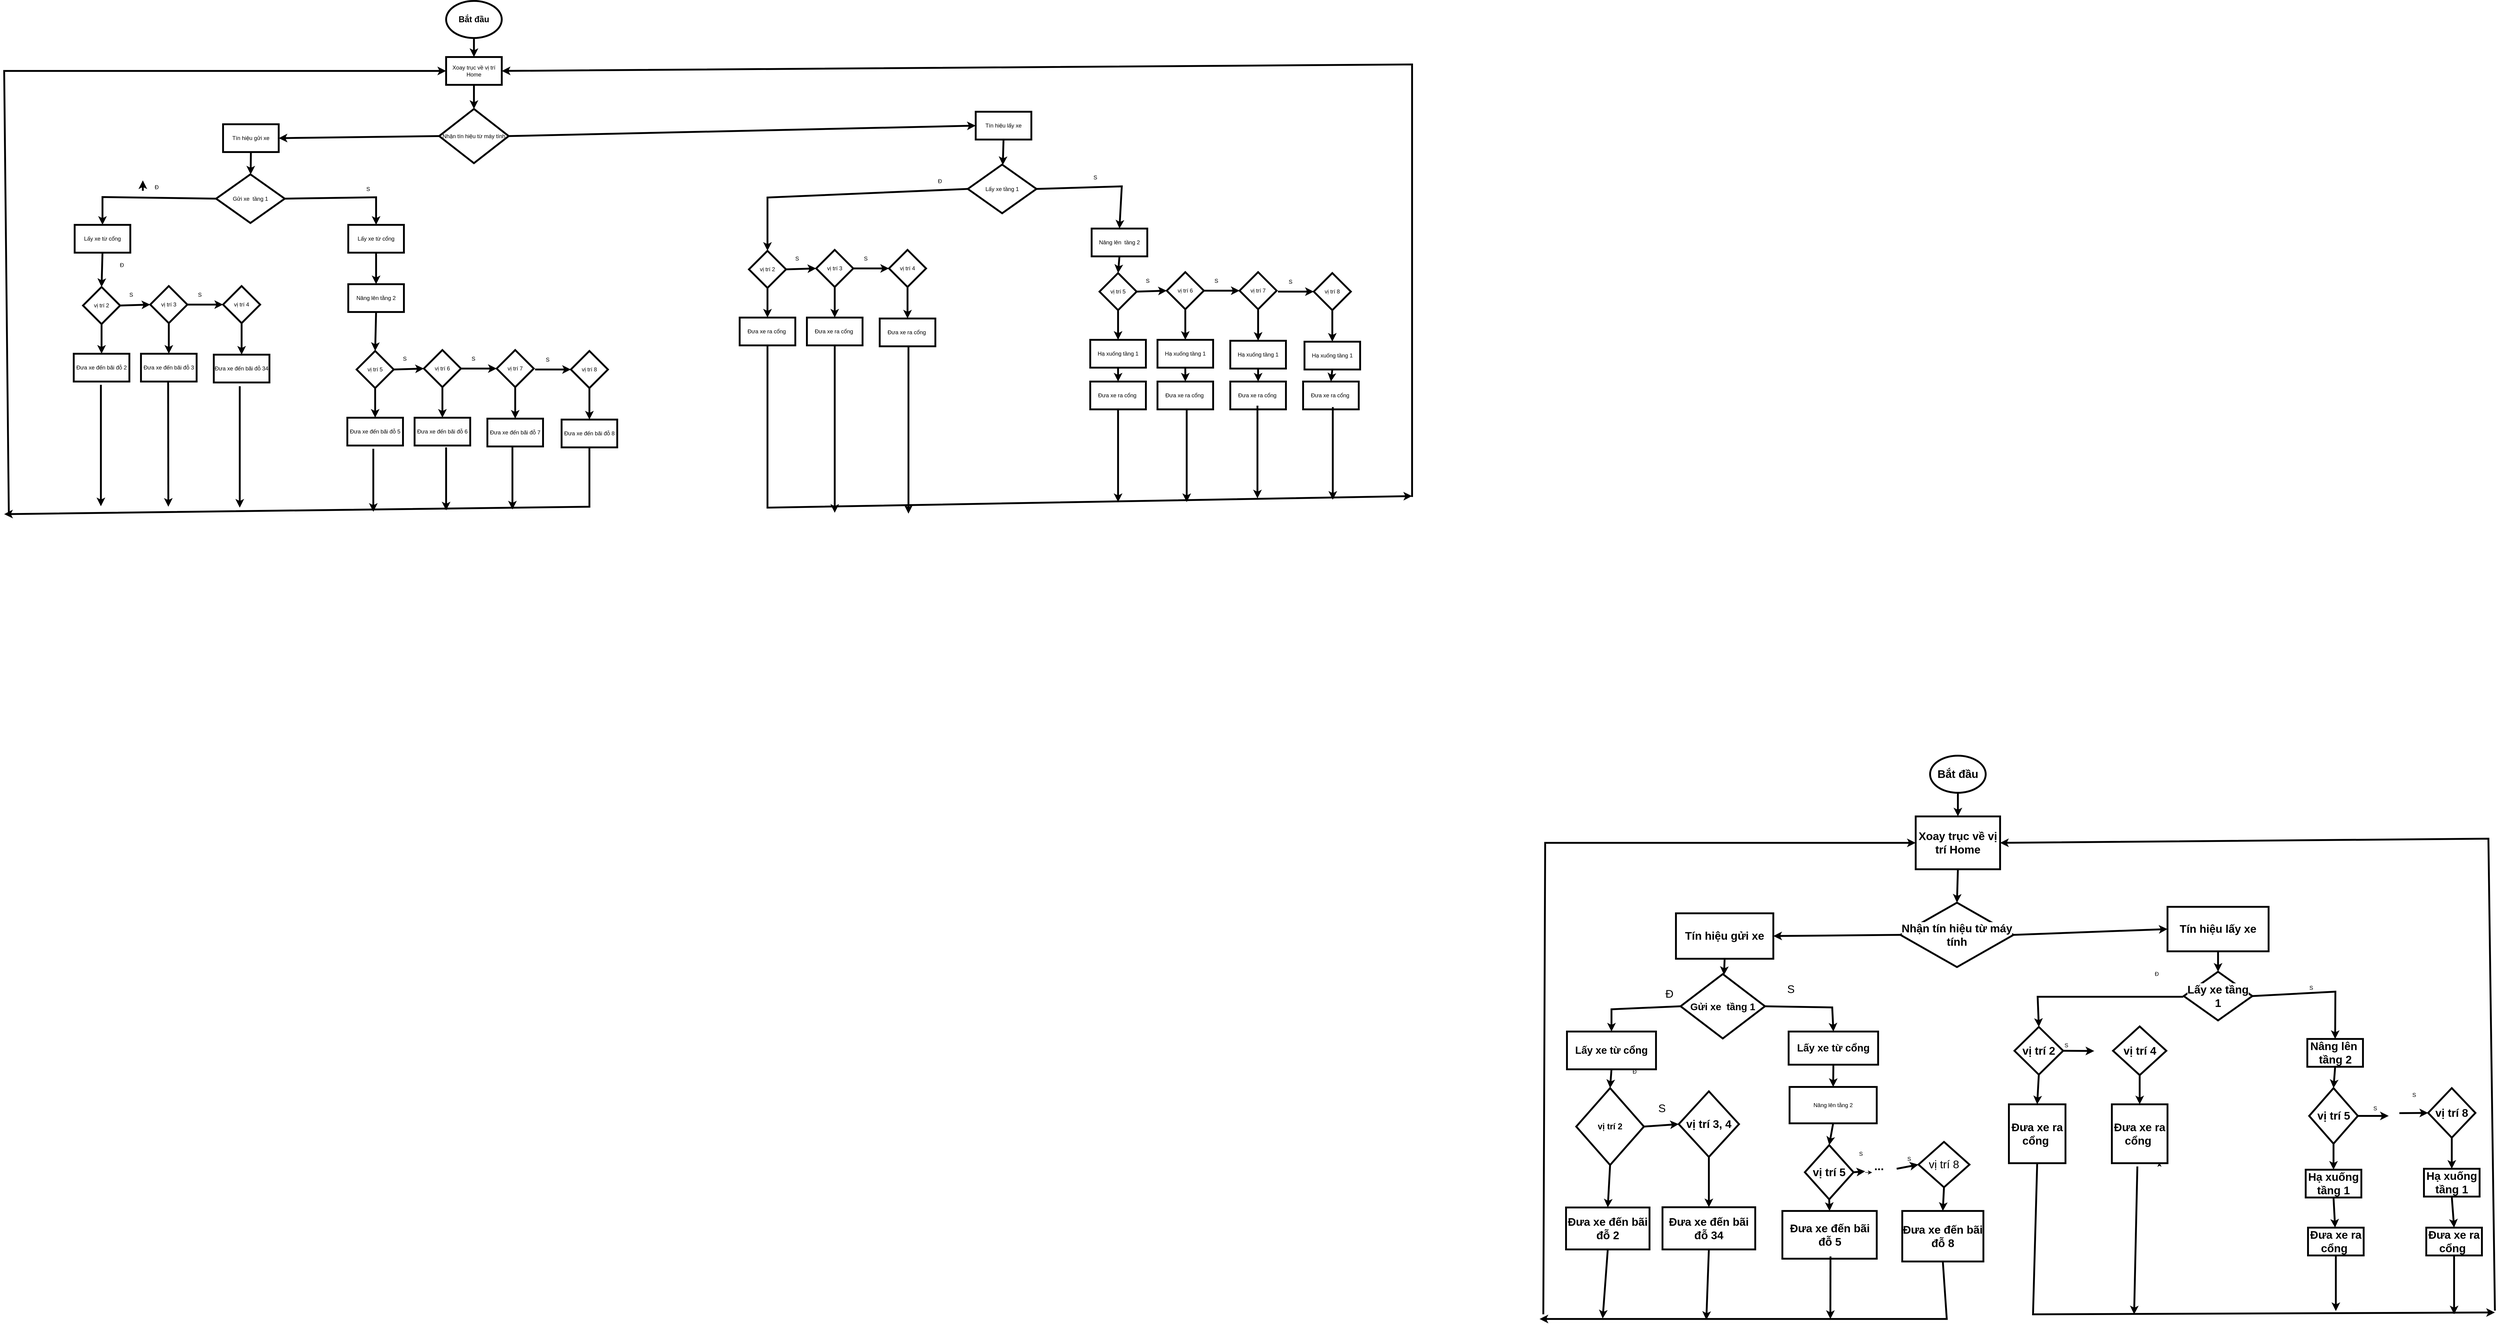
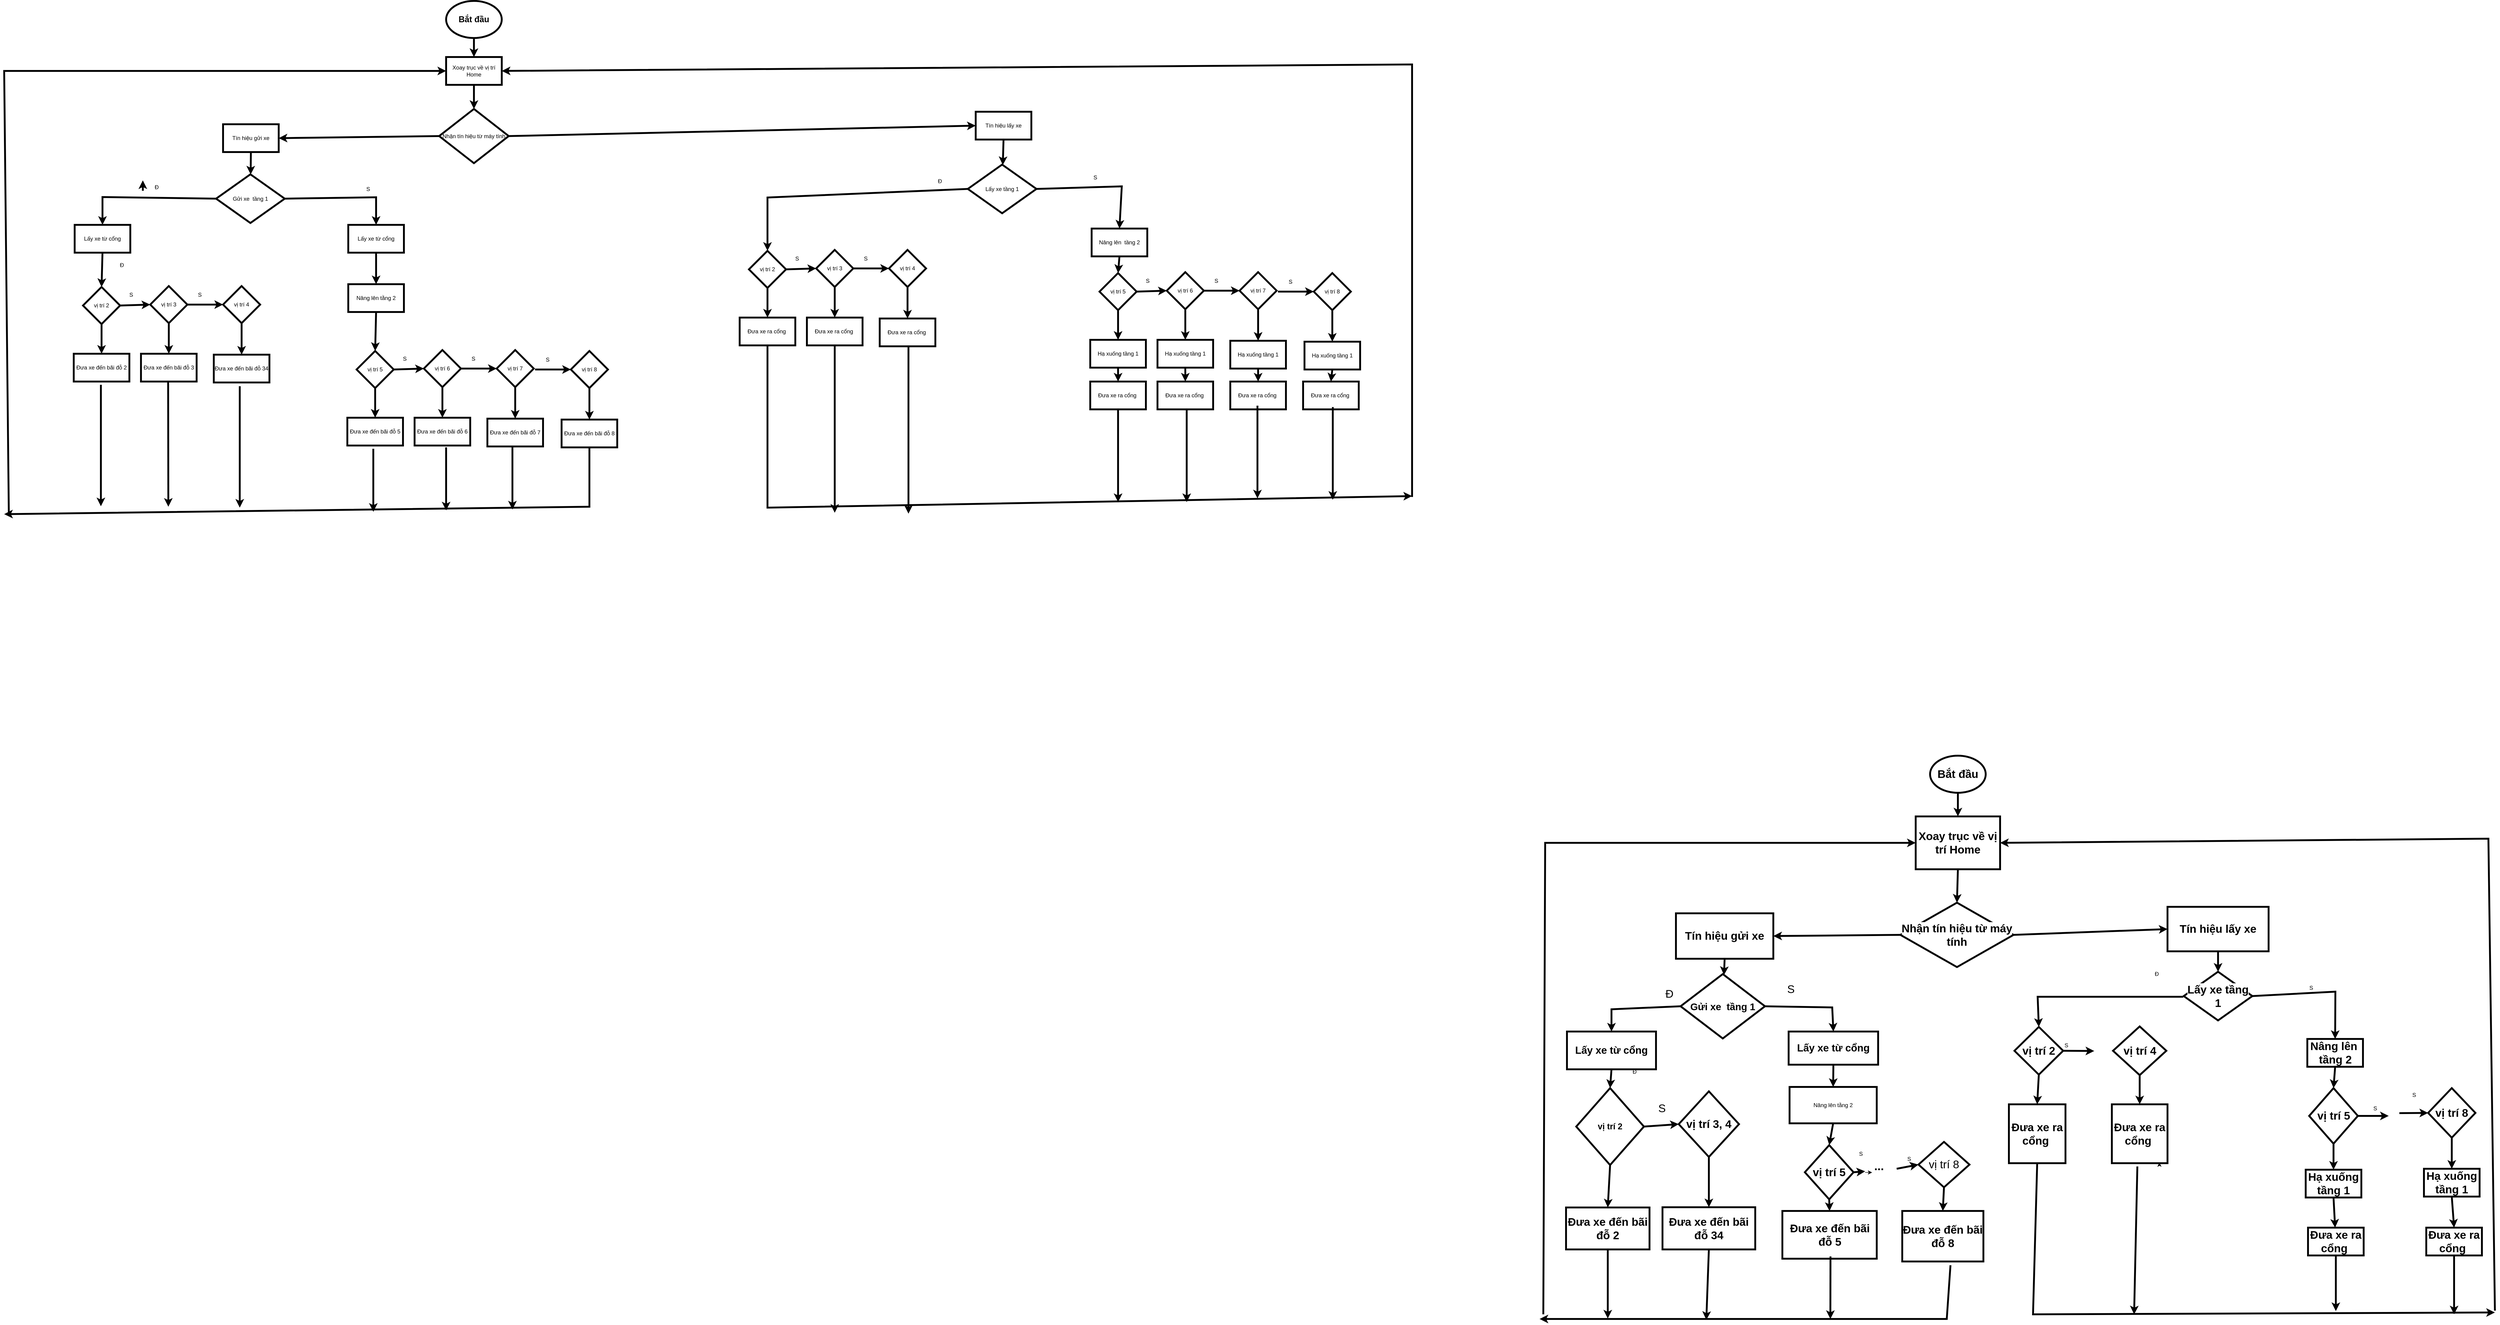
<mxfile host="app.diagrams.net">
  <diagram name="Page-1" id="GJrhtHB-xQ475z6E992f">
    <mxGraphModel dx="2828" dy="4786" grid="0" gridSize="10" guides="1" tooltips="1" connect="1" arrows="0" fold="1" page="1" pageScale="1" pageWidth="4681" pageHeight="3300" math="0" shadow="0">
      <root>
        <mxCell id="0" />
        <mxCell id="1" parent="0" />
        <mxCell id="gv57a_h_J0GcEr8g6lP8-1" parent="1" style="ellipse;whiteSpace=wrap;html=1;strokeWidth=4;" value="&lt;b&gt;&lt;font style=&quot;font-size: 18px;&quot;&gt;Bắt đầu&lt;/font&gt;&lt;/b&gt;" vertex="1">
          <mxGeometry height="80" width="120" x="1292" y="-2869" as="geometry" />
        </mxCell>
        <mxCell id="gv57a_h_J0GcEr8g6lP8-4" parent="1" style="rounded=0;whiteSpace=wrap;html=1;strokeWidth=4;" value="Xoay trục về vị trí Home" vertex="1">
          <mxGeometry height="60" width="120" x="1292" y="-2748" as="geometry" />
        </mxCell>
        <mxCell id="gv57a_h_J0GcEr8g6lP8-5" edge="1" parent="1" source="gv57a_h_J0GcEr8g6lP8-1" style="endArrow=classic;html=1;rounded=0;exitX=0.5;exitY=1;exitDx=0;exitDy=0;entryX=0.5;entryY=0;entryDx=0;entryDy=0;strokeWidth=4;" target="gv57a_h_J0GcEr8g6lP8-4" value="">
          <mxGeometry height="50" relative="1" width="50" as="geometry">
            <mxPoint x="1364" y="-2559" as="sourcePoint" />
            <mxPoint x="1414" y="-2609" as="targetPoint" />
          </mxGeometry>
        </mxCell>
        <mxCell id="gv57a_h_J0GcEr8g6lP8-7" edge="1" parent="1" source="gv57a_h_J0GcEr8g6lP8-4" style="endArrow=classic;html=1;rounded=0;exitX=0.5;exitY=1;exitDx=0;exitDy=0;entryX=0.5;entryY=0;entryDx=0;entryDy=0;entryPerimeter=0;strokeWidth=4;" target="gv57a_h_J0GcEr8g6lP8-8" value="">
          <mxGeometry height="50" relative="1" width="50" as="geometry">
            <mxPoint x="1364" y="-2559" as="sourcePoint" />
            <mxPoint x="1352" y="-2634" as="targetPoint" />
          </mxGeometry>
        </mxCell>
        <mxCell id="gv57a_h_J0GcEr8g6lP8-8" parent="1" style="strokeWidth=4;html=1;shape=mxgraph.flowchart.decision;whiteSpace=wrap;" value="Nhận tín hiệu từ máy tính" vertex="1">
          <mxGeometry height="117" width="150" x="1277" y="-2636" as="geometry" />
        </mxCell>
        <mxCell id="gv57a_h_J0GcEr8g6lP8-9" parent="1" style="rounded=0;whiteSpace=wrap;html=1;strokeWidth=4;" value="Tín hiệu lấy xe" vertex="1">
          <mxGeometry height="60" width="120" x="2434" y="-2630" as="geometry" />
        </mxCell>
        <mxCell id="gv57a_h_J0GcEr8g6lP8-10" parent="1" style="rounded=0;whiteSpace=wrap;html=1;strokeWidth=4;" value="Tín hiệu gửi xe" vertex="1">
          <mxGeometry height="60" width="120" x="811" y="-2603" as="geometry" />
        </mxCell>
        <mxCell id="gv57a_h_J0GcEr8g6lP8-11" edge="1" parent="1" source="gv57a_h_J0GcEr8g6lP8-8" style="endArrow=classic;html=1;rounded=0;exitX=1;exitY=0.5;exitDx=0;exitDy=0;exitPerimeter=0;entryX=0;entryY=0.5;entryDx=0;entryDy=0;strokeWidth=4;" target="gv57a_h_J0GcEr8g6lP8-9" value="">
          <mxGeometry height="50" relative="1" width="50" as="geometry">
            <mxPoint x="1811" y="-2581" as="sourcePoint" />
            <mxPoint x="1820" y="-2612.5" as="targetPoint" />
          </mxGeometry>
        </mxCell>
        <mxCell id="gv57a_h_J0GcEr8g6lP8-12" edge="1" parent="1" source="gv57a_h_J0GcEr8g6lP8-8" style="endArrow=classic;html=1;rounded=0;entryX=1;entryY=0.5;entryDx=0;entryDy=0;exitX=0;exitY=0.5;exitDx=0;exitDy=0;exitPerimeter=0;strokeWidth=4;" target="gv57a_h_J0GcEr8g6lP8-10" value="">
          <mxGeometry height="50" relative="1" width="50" as="geometry">
            <mxPoint x="1158" y="-2571.5" as="sourcePoint" />
            <mxPoint x="1319" y="-2603.5" as="targetPoint" />
          </mxGeometry>
        </mxCell>
        <mxCell id="gv57a_h_J0GcEr8g6lP8-13" parent="1" style="rhombus;whiteSpace=wrap;html=1;strokeWidth=4;" value="Gửi xe&amp;nbsp; tầng 1" vertex="1">
          <mxGeometry height="105" width="148" x="796" y="-2495" as="geometry" />
        </mxCell>
        <mxCell id="gv57a_h_J0GcEr8g6lP8-14" edge="1" parent="1" source="gv57a_h_J0GcEr8g6lP8-10" style="endArrow=classic;html=1;rounded=0;exitX=0.5;exitY=1;exitDx=0;exitDy=0;strokeWidth=4;" target="gv57a_h_J0GcEr8g6lP8-13" value="">
          <mxGeometry height="50" relative="1" width="50" as="geometry">
            <mxPoint x="1302" y="-2453.5" as="sourcePoint" />
            <mxPoint x="1352" y="-2503.5" as="targetPoint" />
          </mxGeometry>
        </mxCell>
        <mxCell id="gv57a_h_J0GcEr8g6lP8-15" parent="1" style="rounded=0;whiteSpace=wrap;html=1;strokeWidth=4;" value="Lấy xe từ cổng" vertex="1">
          <mxGeometry height="60" width="120" x="491" y="-2386" as="geometry" />
        </mxCell>
        <mxCell id="gv57a_h_J0GcEr8g6lP8-16" parent="1" style="rounded=0;whiteSpace=wrap;html=1;strokeWidth=4;" value="Lấy xe từ cổng" vertex="1">
          <mxGeometry height="60" width="120" x="1081" y="-2386" as="geometry" />
        </mxCell>
        <mxCell id="gv57a_h_J0GcEr8g6lP8-17" edge="1" parent="1" source="gv57a_h_J0GcEr8g6lP8-13" style="endArrow=classic;html=1;rounded=0;exitX=1;exitY=0.5;exitDx=0;exitDy=0;entryX=0.5;entryY=0;entryDx=0;entryDy=0;strokeWidth=4;" target="gv57a_h_J0GcEr8g6lP8-16" value="">
          <mxGeometry height="50" relative="1" width="50" as="geometry">
            <Array as="points">
              <mxPoint x="1141" y="-2445.5" />
            </Array>
            <mxPoint x="1269" y="-2453.5" as="sourcePoint" />
            <mxPoint x="1319" y="-2503.5" as="targetPoint" />
          </mxGeometry>
        </mxCell>
        <mxCell id="gv57a_h_J0GcEr8g6lP8-18" edge="1" parent="1" source="gv57a_h_J0GcEr8g6lP8-13" style="endArrow=classic;html=1;rounded=0;exitX=0;exitY=0.5;exitDx=0;exitDy=0;entryX=0.5;entryY=0;entryDx=0;entryDy=0;strokeWidth=4;" target="gv57a_h_J0GcEr8g6lP8-15" value="">
          <mxGeometry height="50" relative="1" width="50" as="geometry">
            <Array as="points">
              <mxPoint x="551" y="-2446" />
            </Array>
            <mxPoint x="1386" y="-2459" as="sourcePoint" />
            <mxPoint x="1436" y="-2509" as="targetPoint" />
          </mxGeometry>
        </mxCell>
        <mxCell id="gv57a_h_J0GcEr8g6lP8-19" parent="1" style="rhombus;whiteSpace=wrap;html=1;strokeWidth=4;" value="Lấy xe tầng 1" vertex="1">
          <mxGeometry height="105" width="148" x="2417" y="-2516" as="geometry" />
        </mxCell>
        <mxCell id="gv57a_h_J0GcEr8g6lP8-22" edge="1" parent="1" source="gv57a_h_J0GcEr8g6lP8-19" style="endArrow=classic;html=1;rounded=0;exitX=1;exitY=0.5;exitDx=0;exitDy=0;entryX=0.5;entryY=0;entryDx=0;entryDy=0;strokeWidth=4;" target="Hq5QgyVw3-6yqGqQHbII-15" value="">
          <mxGeometry height="50" relative="1" width="50" as="geometry">
            <Array as="points">
              <mxPoint x="2749" y="-2469" />
            </Array>
            <mxPoint x="3198" y="-2478.5" as="sourcePoint" />
            <mxPoint x="2727.0000000000005" y="-2378.5" as="targetPoint" />
          </mxGeometry>
        </mxCell>
        <mxCell id="gv57a_h_J0GcEr8g6lP8-23" edge="1" parent="1" source="gv57a_h_J0GcEr8g6lP8-19" style="endArrow=classic;html=1;rounded=0;exitX=0;exitY=0.5;exitDx=0;exitDy=0;entryX=0.5;entryY=0;entryDx=0;entryDy=0;strokeWidth=4;" target="Hq5QgyVw3-6yqGqQHbII-1" value="">
          <mxGeometry height="50" relative="1" width="50" as="geometry">
            <Array as="points">
              <mxPoint x="1985" y="-2445" />
            </Array>
            <mxPoint x="2222" y="-2462.5" as="sourcePoint" />
            <mxPoint x="1860" y="-2363.5" as="targetPoint" />
          </mxGeometry>
        </mxCell>
        <mxCell id="gv57a_h_J0GcEr8g6lP8-24" edge="1" parent="1" source="gv57a_h_J0GcEr8g6lP8-9" style="endArrow=classic;html=1;rounded=0;exitX=0.5;exitY=1;exitDx=0;exitDy=0;strokeWidth=4;" target="gv57a_h_J0GcEr8g6lP8-19" value="">
          <mxGeometry height="50" relative="1" width="50" as="geometry">
            <mxPoint x="1770" y="-2383.5" as="sourcePoint" />
            <mxPoint x="1820" y="-2433.5" as="targetPoint" />
          </mxGeometry>
        </mxCell>
        <mxCell id="gv57a_h_J0GcEr8g6lP8-25" parent="1" style="text;html=1;whiteSpace=wrap;strokeColor=none;fillColor=none;align=center;verticalAlign=middle;rounded=0;strokeWidth=4;" value="Đ" vertex="1">
          <mxGeometry height="30" width="60" x="638" y="-2482" as="geometry" />
        </mxCell>
        <mxCell id="gv57a_h_J0GcEr8g6lP8-26" parent="1" style="text;html=1;whiteSpace=wrap;strokeColor=none;fillColor=none;align=center;verticalAlign=middle;rounded=0;strokeWidth=4;" value="S" vertex="1">
          <mxGeometry height="30" width="60" x="1094" y="-2478.5" as="geometry" />
        </mxCell>
        <mxCell id="gv57a_h_J0GcEr8g6lP8-28" parent="1" style="text;html=1;whiteSpace=wrap;strokeColor=none;fillColor=none;align=center;verticalAlign=middle;rounded=0;strokeWidth=4;" value="Đ" vertex="1">
          <mxGeometry height="30" width="60" x="2327" y="-2495" as="geometry" />
        </mxCell>
        <mxCell id="gv57a_h_J0GcEr8g6lP8-30" parent="1" style="text;html=1;whiteSpace=wrap;strokeColor=none;fillColor=none;align=center;verticalAlign=middle;rounded=0;strokeWidth=4;" value="S" vertex="1">
          <mxGeometry height="30" width="60" x="2662" y="-2503" as="geometry" />
        </mxCell>
        <mxCell id="gv57a_h_J0GcEr8g6lP8-31" parent="1" style="rhombus;whiteSpace=wrap;html=1;strokeWidth=4;" value="vị trí 2" vertex="1">
          <mxGeometry height="80" width="80" x="509" y="-2252" as="geometry" />
        </mxCell>
        <mxCell id="gv57a_h_J0GcEr8g6lP8-32" parent="1" style="rhombus;whiteSpace=wrap;html=1;strokeWidth=4;" value="vị trí 3" vertex="1">
          <mxGeometry height="80" width="80" x="654" y="-2254" as="geometry" />
        </mxCell>
        <mxCell id="gv57a_h_J0GcEr8g6lP8-33" parent="1" style="rhombus;whiteSpace=wrap;html=1;strokeWidth=4;" value="vị trí 4" vertex="1">
          <mxGeometry height="80" width="80" x="811" y="-2254" as="geometry" />
        </mxCell>
        <mxCell id="gv57a_h_J0GcEr8g6lP8-37" edge="1" parent="1" source="gv57a_h_J0GcEr8g6lP8-31" style="endArrow=classic;html=1;rounded=0;exitX=1;exitY=0.5;exitDx=0;exitDy=0;entryX=0;entryY=0.5;entryDx=0;entryDy=0;strokeWidth=4;" target="gv57a_h_J0GcEr8g6lP8-32" value="">
          <mxGeometry height="50" relative="1" width="50" as="geometry">
            <mxPoint x="1128" y="-2278" as="sourcePoint" />
            <mxPoint x="1178" y="-2328" as="targetPoint" />
          </mxGeometry>
        </mxCell>
        <mxCell id="gv57a_h_J0GcEr8g6lP8-38" edge="1" parent="1" source="gv57a_h_J0GcEr8g6lP8-15" style="endArrow=classic;html=1;rounded=0;exitX=0.5;exitY=1;exitDx=0;exitDy=0;entryX=0.5;entryY=0;entryDx=0;entryDy=0;strokeWidth=4;" target="gv57a_h_J0GcEr8g6lP8-31" value="">
          <mxGeometry height="50" relative="1" width="50" as="geometry">
            <mxPoint x="1121" y="-2266" as="sourcePoint" />
            <mxPoint x="1171" y="-2316" as="targetPoint" />
          </mxGeometry>
        </mxCell>
        <mxCell id="gv57a_h_J0GcEr8g6lP8-39" edge="1" parent="1" source="gv57a_h_J0GcEr8g6lP8-32" style="endArrow=classic;html=1;rounded=0;exitX=1;exitY=0.5;exitDx=0;exitDy=0;entryX=0;entryY=0.5;entryDx=0;entryDy=0;strokeWidth=4;" target="gv57a_h_J0GcEr8g6lP8-33" value="">
          <mxGeometry height="50" relative="1" width="50" as="geometry">
            <mxPoint x="1121" y="-2266" as="sourcePoint" />
            <mxPoint x="1171" y="-2316" as="targetPoint" />
          </mxGeometry>
        </mxCell>
        <mxCell id="qodCVxMkwnfkt2WPn_CC-1" parent="1" style="text;html=1;whiteSpace=wrap;strokeColor=none;fillColor=none;align=center;verticalAlign=middle;rounded=0;strokeWidth=4;" value="Đ" vertex="1">
          <mxGeometry height="30" width="60" x="563" y="-2314" as="geometry" />
        </mxCell>
        <mxCell id="qodCVxMkwnfkt2WPn_CC-2" parent="1" style="text;html=1;whiteSpace=wrap;strokeColor=none;fillColor=none;align=center;verticalAlign=middle;rounded=0;strokeWidth=4;" value="S" vertex="1">
          <mxGeometry height="30" width="60" x="583" y="-2250" as="geometry" />
        </mxCell>
        <mxCell id="qodCVxMkwnfkt2WPn_CC-3" parent="1" style="text;html=1;whiteSpace=wrap;strokeColor=none;fillColor=none;align=center;verticalAlign=middle;rounded=0;strokeWidth=4;" value="S" vertex="1">
          <mxGeometry height="30" width="60" x="731" y="-2250" as="geometry" />
        </mxCell>
        <mxCell id="qodCVxMkwnfkt2WPn_CC-4" parent="1" style="rounded=0;whiteSpace=wrap;html=1;strokeWidth=4;" value="Đưa xe đến bãi đỗ 2" vertex="1">
          <mxGeometry height="60" width="120" x="489" y="-2108" as="geometry" />
        </mxCell>
        <mxCell id="qodCVxMkwnfkt2WPn_CC-5" edge="1" parent="1" source="gv57a_h_J0GcEr8g6lP8-31" style="endArrow=classic;html=1;rounded=0;exitX=0.5;exitY=1;exitDx=0;exitDy=0;entryX=0.5;entryY=0;entryDx=0;entryDy=0;strokeWidth=4;" target="qodCVxMkwnfkt2WPn_CC-4" value="">
          <mxGeometry height="50" relative="1" width="50" as="geometry">
            <mxPoint x="1106" y="-2136" as="sourcePoint" />
            <mxPoint x="1156" y="-2186" as="targetPoint" />
          </mxGeometry>
        </mxCell>
        <mxCell id="qodCVxMkwnfkt2WPn_CC-6" parent="1" style="rounded=0;whiteSpace=wrap;html=1;strokeWidth=4;" value="Đưa xe đến bãi đỗ 3" vertex="1">
          <mxGeometry height="60" width="120" x="634" y="-2108" as="geometry" />
        </mxCell>
        <mxCell id="qodCVxMkwnfkt2WPn_CC-7" parent="1" style="rounded=0;whiteSpace=wrap;html=1;strokeWidth=4;" value="Đưa xe đến bãi đỗ 34" vertex="1">
          <mxGeometry height="60" width="120" x="791" y="-2106" as="geometry" />
        </mxCell>
        <mxCell id="qodCVxMkwnfkt2WPn_CC-8" edge="1" parent="1" source="gv57a_h_J0GcEr8g6lP8-32" style="endArrow=classic;html=1;rounded=0;exitX=0.5;exitY=1;exitDx=0;exitDy=0;entryX=0.5;entryY=0;entryDx=0;entryDy=0;strokeWidth=4;" target="qodCVxMkwnfkt2WPn_CC-6" value="">
          <mxGeometry height="50" relative="1" width="50" as="geometry">
            <mxPoint x="1106" y="-2136" as="sourcePoint" />
            <mxPoint x="1156" y="-2186" as="targetPoint" />
          </mxGeometry>
        </mxCell>
        <mxCell id="qodCVxMkwnfkt2WPn_CC-9" edge="1" parent="1" source="gv57a_h_J0GcEr8g6lP8-33" style="endArrow=classic;html=1;rounded=0;exitX=0.5;exitY=1;exitDx=0;exitDy=0;entryX=0.5;entryY=0;entryDx=0;entryDy=0;strokeWidth=4;" target="qodCVxMkwnfkt2WPn_CC-7" value="">
          <mxGeometry height="50" relative="1" width="50" as="geometry">
            <mxPoint x="1106" y="-2136" as="sourcePoint" />
            <mxPoint x="1156" y="-2186" as="targetPoint" />
          </mxGeometry>
        </mxCell>
        <mxCell id="qodCVxMkwnfkt2WPn_CC-10" edge="1" parent="1" source="gv57a_h_J0GcEr8g6lP8-25" style="edgeStyle=orthogonalEdgeStyle;rounded=0;orthogonalLoop=1;jettySize=auto;html=1;exitX=0;exitY=0.75;exitDx=0;exitDy=0;entryX=0;entryY=0;entryDx=0;entryDy=0;strokeWidth=4;" target="gv57a_h_J0GcEr8g6lP8-25">
          <mxGeometry relative="1" as="geometry" />
        </mxCell>
        <mxCell id="qodCVxMkwnfkt2WPn_CC-11" parent="1" style="rounded=0;whiteSpace=wrap;html=1;strokeWidth=4;" value="Nâng lên tằng 2" vertex="1">
          <mxGeometry height="60" width="120" x="1081" y="-2258" as="geometry" />
        </mxCell>
        <mxCell id="qodCVxMkwnfkt2WPn_CC-12" parent="1" style="rhombus;whiteSpace=wrap;html=1;strokeWidth=4;" value="vị trí 5" vertex="1">
          <mxGeometry height="80" width="80" x="1099" y="-2114" as="geometry" />
        </mxCell>
        <mxCell id="qodCVxMkwnfkt2WPn_CC-13" parent="1" style="rhombus;whiteSpace=wrap;html=1;strokeWidth=4;" value="vị trí 6" vertex="1">
          <mxGeometry height="80" width="80" x="1244" y="-2116" as="geometry" />
        </mxCell>
        <mxCell id="qodCVxMkwnfkt2WPn_CC-14" parent="1" style="rhombus;whiteSpace=wrap;html=1;strokeWidth=4;" value="vị trí 7" vertex="1">
          <mxGeometry height="80" width="80" x="1401" y="-2116" as="geometry" />
        </mxCell>
        <mxCell id="qodCVxMkwnfkt2WPn_CC-15" edge="1" parent="1" source="qodCVxMkwnfkt2WPn_CC-12" style="endArrow=classic;html=1;rounded=0;exitX=1;exitY=0.5;exitDx=0;exitDy=0;entryX=0;entryY=0.5;entryDx=0;entryDy=0;strokeWidth=4;" target="qodCVxMkwnfkt2WPn_CC-13" value="">
          <mxGeometry height="50" relative="1" width="50" as="geometry">
            <mxPoint x="1718" y="-2140" as="sourcePoint" />
            <mxPoint x="1768" y="-2190" as="targetPoint" />
          </mxGeometry>
        </mxCell>
        <mxCell id="qodCVxMkwnfkt2WPn_CC-16" edge="1" parent="1" source="qodCVxMkwnfkt2WPn_CC-13" style="endArrow=classic;html=1;rounded=0;exitX=1;exitY=0.5;exitDx=0;exitDy=0;entryX=0;entryY=0.5;entryDx=0;entryDy=0;strokeWidth=4;" target="qodCVxMkwnfkt2WPn_CC-14" value="">
          <mxGeometry height="50" relative="1" width="50" as="geometry">
            <mxPoint x="1711" y="-2128" as="sourcePoint" />
            <mxPoint x="1761" y="-2178" as="targetPoint" />
          </mxGeometry>
        </mxCell>
        <mxCell id="qodCVxMkwnfkt2WPn_CC-17" parent="1" style="text;html=1;whiteSpace=wrap;strokeColor=none;fillColor=none;align=center;verticalAlign=middle;rounded=0;strokeWidth=4;" value="S" vertex="1">
          <mxGeometry height="30" width="60" x="1173" y="-2112" as="geometry" />
        </mxCell>
        <mxCell id="qodCVxMkwnfkt2WPn_CC-18" parent="1" style="text;html=1;whiteSpace=wrap;strokeColor=none;fillColor=none;align=center;verticalAlign=middle;rounded=0;strokeWidth=4;" value="S" vertex="1">
          <mxGeometry height="30" width="60" x="1321" y="-2112" as="geometry" />
        </mxCell>
        <mxCell id="qodCVxMkwnfkt2WPn_CC-19" parent="1" style="rounded=0;whiteSpace=wrap;html=1;strokeWidth=4;" value="Đưa xe đến bãi đỗ 5" vertex="1">
          <mxGeometry height="60" width="120" x="1079" y="-1970" as="geometry" />
        </mxCell>
        <mxCell id="qodCVxMkwnfkt2WPn_CC-20" edge="1" parent="1" source="qodCVxMkwnfkt2WPn_CC-12" style="endArrow=classic;html=1;rounded=0;exitX=0.5;exitY=1;exitDx=0;exitDy=0;entryX=0.5;entryY=0;entryDx=0;entryDy=0;strokeWidth=4;" target="qodCVxMkwnfkt2WPn_CC-19" value="">
          <mxGeometry height="50" relative="1" width="50" as="geometry">
            <mxPoint x="1696" y="-1998" as="sourcePoint" />
            <mxPoint x="1746" y="-2048" as="targetPoint" />
          </mxGeometry>
        </mxCell>
        <mxCell id="qodCVxMkwnfkt2WPn_CC-21" parent="1" style="rounded=0;whiteSpace=wrap;html=1;strokeWidth=4;" value="Đưa xe đến bãi đỗ 6" vertex="1">
          <mxGeometry height="60" width="120" x="1224" y="-1970" as="geometry" />
        </mxCell>
        <mxCell id="qodCVxMkwnfkt2WPn_CC-22" parent="1" style="rounded=0;whiteSpace=wrap;html=1;strokeWidth=4;" value="Đưa xe đến bãi đỗ 7" vertex="1">
          <mxGeometry height="60" width="120" x="1381" y="-1968" as="geometry" />
        </mxCell>
        <mxCell id="qodCVxMkwnfkt2WPn_CC-23" edge="1" parent="1" source="qodCVxMkwnfkt2WPn_CC-13" style="endArrow=classic;html=1;rounded=0;exitX=0.5;exitY=1;exitDx=0;exitDy=0;entryX=0.5;entryY=0;entryDx=0;entryDy=0;strokeWidth=4;" target="qodCVxMkwnfkt2WPn_CC-21" value="">
          <mxGeometry height="50" relative="1" width="50" as="geometry">
            <mxPoint x="1696" y="-1998" as="sourcePoint" />
            <mxPoint x="1746" y="-2048" as="targetPoint" />
          </mxGeometry>
        </mxCell>
        <mxCell id="qodCVxMkwnfkt2WPn_CC-24" edge="1" parent="1" source="qodCVxMkwnfkt2WPn_CC-14" style="endArrow=classic;html=1;rounded=0;exitX=0.5;exitY=1;exitDx=0;exitDy=0;entryX=0.5;entryY=0;entryDx=0;entryDy=0;strokeWidth=4;" target="qodCVxMkwnfkt2WPn_CC-22" value="">
          <mxGeometry height="50" relative="1" width="50" as="geometry">
            <mxPoint x="1696" y="-1998" as="sourcePoint" />
            <mxPoint x="1746" y="-2048" as="targetPoint" />
          </mxGeometry>
        </mxCell>
        <mxCell id="qodCVxMkwnfkt2WPn_CC-25" parent="1" style="rhombus;whiteSpace=wrap;html=1;strokeWidth=4;" value="vị trí 8" vertex="1">
          <mxGeometry height="80" width="80" x="1561" y="-2114" as="geometry" />
        </mxCell>
        <mxCell id="qodCVxMkwnfkt2WPn_CC-26" edge="1" parent="1" style="endArrow=classic;html=1;rounded=0;exitX=1;exitY=0.5;exitDx=0;exitDy=0;entryX=0;entryY=0.5;entryDx=0;entryDy=0;strokeWidth=4;" target="qodCVxMkwnfkt2WPn_CC-25" value="">
          <mxGeometry height="50" relative="1" width="50" as="geometry">
            <mxPoint x="1484" y="-2074" as="sourcePoint" />
            <mxPoint x="1921" y="-2176" as="targetPoint" />
          </mxGeometry>
        </mxCell>
        <mxCell id="qodCVxMkwnfkt2WPn_CC-27" parent="1" style="text;html=1;whiteSpace=wrap;strokeColor=none;fillColor=none;align=center;verticalAlign=middle;rounded=0;strokeWidth=4;" value="S" vertex="1">
          <mxGeometry height="30" width="60" x="1481" y="-2110" as="geometry" />
        </mxCell>
        <mxCell id="qodCVxMkwnfkt2WPn_CC-28" parent="1" style="rounded=0;whiteSpace=wrap;html=1;strokeWidth=4;" value="Đưa xe đến bãi đỗ 8" vertex="1">
          <mxGeometry height="60" width="120" x="1541" y="-1966" as="geometry" />
        </mxCell>
        <mxCell id="qodCVxMkwnfkt2WPn_CC-29" edge="1" parent="1" source="qodCVxMkwnfkt2WPn_CC-25" style="endArrow=classic;html=1;rounded=0;exitX=0.5;exitY=1;exitDx=0;exitDy=0;entryX=0.5;entryY=0;entryDx=0;entryDy=0;strokeWidth=4;" target="qodCVxMkwnfkt2WPn_CC-28" value="">
          <mxGeometry height="50" relative="1" width="50" as="geometry">
            <mxPoint x="1856" y="-1996" as="sourcePoint" />
            <mxPoint x="1906" y="-2046" as="targetPoint" />
          </mxGeometry>
        </mxCell>
        <mxCell id="qodCVxMkwnfkt2WPn_CC-30" edge="1" parent="1" source="gv57a_h_J0GcEr8g6lP8-16" style="endArrow=classic;html=1;rounded=0;exitX=0.5;exitY=1;exitDx=0;exitDy=0;entryX=0.5;entryY=0;entryDx=0;entryDy=0;strokeWidth=4;" target="qodCVxMkwnfkt2WPn_CC-11" value="">
          <mxGeometry height="50" relative="1" width="50" as="geometry">
            <mxPoint x="1121" y="-2182" as="sourcePoint" />
            <mxPoint x="1171" y="-2232" as="targetPoint" />
          </mxGeometry>
        </mxCell>
        <mxCell id="qodCVxMkwnfkt2WPn_CC-31" edge="1" parent="1" source="qodCVxMkwnfkt2WPn_CC-11" style="endArrow=classic;html=1;rounded=0;exitX=0.5;exitY=1;exitDx=0;exitDy=0;entryX=0.5;entryY=0;entryDx=0;entryDy=0;strokeWidth=4;" target="qodCVxMkwnfkt2WPn_CC-12" value="">
          <mxGeometry height="50" relative="1" width="50" as="geometry">
            <mxPoint x="1121" y="-2182" as="sourcePoint" />
            <mxPoint x="1171" y="-2232" as="targetPoint" />
          </mxGeometry>
        </mxCell>
        <mxCell id="Hq5QgyVw3-6yqGqQHbII-1" parent="1" style="rhombus;whiteSpace=wrap;html=1;strokeWidth=4;" value="vị trí 2" vertex="1">
          <mxGeometry height="80" width="80" x="1945" y="-2330" as="geometry" />
        </mxCell>
        <mxCell id="Hq5QgyVw3-6yqGqQHbII-2" parent="1" style="rhombus;whiteSpace=wrap;html=1;strokeWidth=4;" value="vị trí 3" vertex="1">
          <mxGeometry height="80" width="80" x="2090" y="-2332" as="geometry" />
        </mxCell>
        <mxCell id="Hq5QgyVw3-6yqGqQHbII-3" parent="1" style="rhombus;whiteSpace=wrap;html=1;strokeWidth=4;" value="vị trí 4" vertex="1">
          <mxGeometry height="80" width="80" x="2247" y="-2332" as="geometry" />
        </mxCell>
        <mxCell id="Hq5QgyVw3-6yqGqQHbII-4" edge="1" parent="1" source="Hq5QgyVw3-6yqGqQHbII-1" style="endArrow=classic;html=1;rounded=0;exitX=1;exitY=0.5;exitDx=0;exitDy=0;entryX=0;entryY=0.5;entryDx=0;entryDy=0;strokeWidth=4;" target="Hq5QgyVw3-6yqGqQHbII-2" value="">
          <mxGeometry height="50" relative="1" width="50" as="geometry">
            <mxPoint x="2564" y="-2356" as="sourcePoint" />
            <mxPoint x="2614" y="-2406" as="targetPoint" />
          </mxGeometry>
        </mxCell>
        <mxCell id="Hq5QgyVw3-6yqGqQHbII-5" edge="1" parent="1" source="Hq5QgyVw3-6yqGqQHbII-2" style="endArrow=classic;html=1;rounded=0;exitX=1;exitY=0.5;exitDx=0;exitDy=0;entryX=0;entryY=0.5;entryDx=0;entryDy=0;strokeWidth=4;" target="Hq5QgyVw3-6yqGqQHbII-3" value="">
          <mxGeometry height="50" relative="1" width="50" as="geometry">
            <mxPoint x="2557" y="-2344" as="sourcePoint" />
            <mxPoint x="2607" y="-2394" as="targetPoint" />
          </mxGeometry>
        </mxCell>
        <mxCell id="Hq5QgyVw3-6yqGqQHbII-6" parent="1" style="text;html=1;whiteSpace=wrap;strokeColor=none;fillColor=none;align=center;verticalAlign=middle;rounded=0;strokeWidth=4;" value="S" vertex="1">
          <mxGeometry height="30" width="60" x="2019" y="-2328" as="geometry" />
        </mxCell>
        <mxCell id="Hq5QgyVw3-6yqGqQHbII-7" parent="1" style="text;html=1;whiteSpace=wrap;strokeColor=none;fillColor=none;align=center;verticalAlign=middle;rounded=0;strokeWidth=4;" value="S" vertex="1">
          <mxGeometry height="30" width="60" x="2167" y="-2328" as="geometry" />
        </mxCell>
        <mxCell id="Hq5QgyVw3-6yqGqQHbII-8" parent="1" style="rounded=0;whiteSpace=wrap;html=1;strokeWidth=4;" value="Đưa xe ra cổng&amp;nbsp;" vertex="1">
          <mxGeometry height="60" width="120" x="1925" y="-2186" as="geometry" />
        </mxCell>
        <mxCell id="Hq5QgyVw3-6yqGqQHbII-9" edge="1" parent="1" source="Hq5QgyVw3-6yqGqQHbII-1" style="endArrow=classic;html=1;rounded=0;exitX=0.5;exitY=1;exitDx=0;exitDy=0;entryX=0.5;entryY=0;entryDx=0;entryDy=0;strokeWidth=4;" target="Hq5QgyVw3-6yqGqQHbII-8" value="">
          <mxGeometry height="50" relative="1" width="50" as="geometry">
            <mxPoint x="2542" y="-2214" as="sourcePoint" />
            <mxPoint x="2592" y="-2264" as="targetPoint" />
          </mxGeometry>
        </mxCell>
        <mxCell id="Hq5QgyVw3-6yqGqQHbII-10" parent="1" style="rounded=0;whiteSpace=wrap;html=1;strokeWidth=4;" value="Đưa xe ra cổng&amp;nbsp;" vertex="1">
          <mxGeometry height="60" width="120" x="2070" y="-2186" as="geometry" />
        </mxCell>
        <mxCell id="Hq5QgyVw3-6yqGqQHbII-11" parent="1" style="rounded=0;whiteSpace=wrap;html=1;strokeWidth=4;" value="Đưa xe ra cổng&amp;nbsp;" vertex="1">
          <mxGeometry height="60" width="120" x="2227" y="-2184" as="geometry" />
        </mxCell>
        <mxCell id="Hq5QgyVw3-6yqGqQHbII-12" edge="1" parent="1" source="Hq5QgyVw3-6yqGqQHbII-2" style="endArrow=classic;html=1;rounded=0;exitX=0.5;exitY=1;exitDx=0;exitDy=0;entryX=0.5;entryY=0;entryDx=0;entryDy=0;strokeWidth=4;" target="Hq5QgyVw3-6yqGqQHbII-10" value="">
          <mxGeometry height="50" relative="1" width="50" as="geometry">
            <mxPoint x="2542" y="-2214" as="sourcePoint" />
            <mxPoint x="2592" y="-2264" as="targetPoint" />
          </mxGeometry>
        </mxCell>
        <mxCell id="Hq5QgyVw3-6yqGqQHbII-13" edge="1" parent="1" source="Hq5QgyVw3-6yqGqQHbII-3" style="endArrow=classic;html=1;rounded=0;exitX=0.5;exitY=1;exitDx=0;exitDy=0;entryX=0.5;entryY=0;entryDx=0;entryDy=0;strokeWidth=4;" target="Hq5QgyVw3-6yqGqQHbII-11" value="">
          <mxGeometry height="50" relative="1" width="50" as="geometry">
            <mxPoint x="2542" y="-2214" as="sourcePoint" />
            <mxPoint x="2592" y="-2264" as="targetPoint" />
          </mxGeometry>
        </mxCell>
        <mxCell id="Hq5QgyVw3-6yqGqQHbII-15" parent="1" style="rounded=0;whiteSpace=wrap;html=1;strokeWidth=4;" value="Nâng lên&amp;nbsp; tầng 2" vertex="1">
          <mxGeometry height="60" width="120" x="2684" y="-2378" as="geometry" />
        </mxCell>
        <mxCell id="Hq5QgyVw3-6yqGqQHbII-16" parent="1" style="rhombus;whiteSpace=wrap;html=1;strokeWidth=4;" value="vị trí 5" vertex="1">
          <mxGeometry height="80" width="80" x="2701" y="-2282" as="geometry" />
        </mxCell>
        <mxCell id="Hq5QgyVw3-6yqGqQHbII-17" parent="1" style="rhombus;whiteSpace=wrap;html=1;strokeWidth=4;" value="vị trí 6" vertex="1">
          <mxGeometry height="80" width="80" x="2846" y="-2284" as="geometry" />
        </mxCell>
        <mxCell id="Hq5QgyVw3-6yqGqQHbII-18" parent="1" style="rhombus;whiteSpace=wrap;html=1;strokeWidth=4;" value="vị trí 7" vertex="1">
          <mxGeometry height="80" width="80" x="3003" y="-2284" as="geometry" />
        </mxCell>
        <mxCell id="Hq5QgyVw3-6yqGqQHbII-19" edge="1" parent="1" source="Hq5QgyVw3-6yqGqQHbII-16" style="endArrow=classic;html=1;rounded=0;exitX=1;exitY=0.5;exitDx=0;exitDy=0;entryX=0;entryY=0.5;entryDx=0;entryDy=0;strokeWidth=4;" target="Hq5QgyVw3-6yqGqQHbII-17" value="">
          <mxGeometry height="50" relative="1" width="50" as="geometry">
            <mxPoint x="3320" y="-2308" as="sourcePoint" />
            <mxPoint x="3370" y="-2358" as="targetPoint" />
          </mxGeometry>
        </mxCell>
        <mxCell id="Hq5QgyVw3-6yqGqQHbII-20" edge="1" parent="1" source="Hq5QgyVw3-6yqGqQHbII-17" style="endArrow=classic;html=1;rounded=0;exitX=1;exitY=0.5;exitDx=0;exitDy=0;entryX=0;entryY=0.5;entryDx=0;entryDy=0;strokeWidth=4;" target="Hq5QgyVw3-6yqGqQHbII-18" value="">
          <mxGeometry height="50" relative="1" width="50" as="geometry">
            <mxPoint x="3313" y="-2296" as="sourcePoint" />
            <mxPoint x="3363" y="-2346" as="targetPoint" />
          </mxGeometry>
        </mxCell>
        <mxCell id="Hq5QgyVw3-6yqGqQHbII-21" parent="1" style="text;html=1;whiteSpace=wrap;strokeColor=none;fillColor=none;align=center;verticalAlign=middle;rounded=0;strokeWidth=4;" value="S" vertex="1">
          <mxGeometry height="30" width="60" x="2775" y="-2280" as="geometry" />
        </mxCell>
        <mxCell id="Hq5QgyVw3-6yqGqQHbII-22" parent="1" style="text;html=1;whiteSpace=wrap;strokeColor=none;fillColor=none;align=center;verticalAlign=middle;rounded=0;strokeWidth=4;" value="S" vertex="1">
          <mxGeometry height="30" width="60" x="2923" y="-2280" as="geometry" />
        </mxCell>
        <mxCell id="Hq5QgyVw3-6yqGqQHbII-23" parent="1" style="rounded=0;whiteSpace=wrap;html=1;strokeWidth=4;" value="Hạ xuống tầng 1" vertex="1">
          <mxGeometry height="60" width="120" x="2681" y="-2138" as="geometry" />
        </mxCell>
        <mxCell id="Hq5QgyVw3-6yqGqQHbII-24" edge="1" parent="1" source="Hq5QgyVw3-6yqGqQHbII-16" style="endArrow=classic;html=1;rounded=0;exitX=0.5;exitY=1;exitDx=0;exitDy=0;entryX=0.5;entryY=0;entryDx=0;entryDy=0;strokeWidth=4;" target="Hq5QgyVw3-6yqGqQHbII-23" value="">
          <mxGeometry height="50" relative="1" width="50" as="geometry">
            <mxPoint x="3298" y="-2166" as="sourcePoint" />
            <mxPoint x="3348" y="-2216" as="targetPoint" />
          </mxGeometry>
        </mxCell>
        <mxCell id="Hq5QgyVw3-6yqGqQHbII-25" parent="1" style="rounded=0;whiteSpace=wrap;html=1;strokeWidth=4;" value="Hạ xuống tầng 1" vertex="1">
          <mxGeometry height="60" width="120" x="2826" y="-2138" as="geometry" />
        </mxCell>
        <mxCell id="Hq5QgyVw3-6yqGqQHbII-26" parent="1" style="rounded=0;whiteSpace=wrap;html=1;strokeWidth=4;" value="Hạ xuống tầng 1" vertex="1">
          <mxGeometry height="60" width="120" x="2983" y="-2136" as="geometry" />
        </mxCell>
        <mxCell id="Hq5QgyVw3-6yqGqQHbII-27" edge="1" parent="1" source="Hq5QgyVw3-6yqGqQHbII-17" style="endArrow=classic;html=1;rounded=0;exitX=0.5;exitY=1;exitDx=0;exitDy=0;entryX=0.5;entryY=0;entryDx=0;entryDy=0;strokeWidth=4;" target="Hq5QgyVw3-6yqGqQHbII-25" value="">
          <mxGeometry height="50" relative="1" width="50" as="geometry">
            <mxPoint x="3298" y="-2166" as="sourcePoint" />
            <mxPoint x="3348" y="-2216" as="targetPoint" />
          </mxGeometry>
        </mxCell>
        <mxCell id="Hq5QgyVw3-6yqGqQHbII-28" edge="1" parent="1" source="Hq5QgyVw3-6yqGqQHbII-18" style="endArrow=classic;html=1;rounded=0;exitX=0.5;exitY=1;exitDx=0;exitDy=0;entryX=0.5;entryY=0;entryDx=0;entryDy=0;strokeWidth=4;" target="Hq5QgyVw3-6yqGqQHbII-26" value="">
          <mxGeometry height="50" relative="1" width="50" as="geometry">
            <mxPoint x="3298" y="-2166" as="sourcePoint" />
            <mxPoint x="3348" y="-2216" as="targetPoint" />
          </mxGeometry>
        </mxCell>
        <mxCell id="Hq5QgyVw3-6yqGqQHbII-29" parent="1" style="rhombus;whiteSpace=wrap;html=1;strokeWidth=4;" value="vị trí 8" vertex="1">
          <mxGeometry height="80" width="80" x="3163" y="-2282" as="geometry" />
        </mxCell>
        <mxCell id="Hq5QgyVw3-6yqGqQHbII-30" edge="1" parent="1" style="endArrow=classic;html=1;rounded=0;exitX=1;exitY=0.5;exitDx=0;exitDy=0;entryX=0;entryY=0.5;entryDx=0;entryDy=0;strokeWidth=4;" target="Hq5QgyVw3-6yqGqQHbII-29" value="">
          <mxGeometry height="50" relative="1" width="50" as="geometry">
            <mxPoint x="3086" y="-2242" as="sourcePoint" />
            <mxPoint x="3523" y="-2344" as="targetPoint" />
          </mxGeometry>
        </mxCell>
        <mxCell id="Hq5QgyVw3-6yqGqQHbII-31" parent="1" style="text;html=1;whiteSpace=wrap;strokeColor=none;fillColor=none;align=center;verticalAlign=middle;rounded=0;strokeWidth=4;" value="S" vertex="1">
          <mxGeometry height="30" width="60" x="3083" y="-2278" as="geometry" />
        </mxCell>
        <mxCell id="Hq5QgyVw3-6yqGqQHbII-32" parent="1" style="rounded=0;whiteSpace=wrap;html=1;strokeWidth=4;" value="Hạ xuống tầng 1" vertex="1">
          <mxGeometry height="60" width="120" x="3143" y="-2134" as="geometry" />
        </mxCell>
        <mxCell id="Hq5QgyVw3-6yqGqQHbII-33" edge="1" parent="1" source="Hq5QgyVw3-6yqGqQHbII-29" style="endArrow=classic;html=1;rounded=0;exitX=0.5;exitY=1;exitDx=0;exitDy=0;entryX=0.5;entryY=0;entryDx=0;entryDy=0;strokeWidth=4;" target="Hq5QgyVw3-6yqGqQHbII-32" value="">
          <mxGeometry height="50" relative="1" width="50" as="geometry">
            <mxPoint x="3458" y="-2164" as="sourcePoint" />
            <mxPoint x="3508" y="-2214" as="targetPoint" />
          </mxGeometry>
        </mxCell>
        <mxCell id="Hq5QgyVw3-6yqGqQHbII-34" edge="1" parent="1" source="Hq5QgyVw3-6yqGqQHbII-15" style="endArrow=classic;html=1;rounded=0;exitX=0.5;exitY=1;exitDx=0;exitDy=0;entryX=0.5;entryY=0;entryDx=0;entryDy=0;strokeWidth=4;" target="Hq5QgyVw3-6yqGqQHbII-16" value="">
          <mxGeometry height="50" relative="1" width="50" as="geometry">
            <mxPoint x="2447" y="-2017" as="sourcePoint" />
            <mxPoint x="2497" y="-2067" as="targetPoint" />
          </mxGeometry>
        </mxCell>
        <mxCell id="Hq5QgyVw3-6yqGqQHbII-35" parent="1" style="rounded=0;whiteSpace=wrap;html=1;strokeWidth=4;" value="Đưa xe ra cổng&amp;nbsp;" vertex="1">
          <mxGeometry height="60" width="120" x="2681" y="-2048" as="geometry" />
        </mxCell>
        <mxCell id="Hq5QgyVw3-6yqGqQHbII-36" parent="1" style="rounded=0;whiteSpace=wrap;html=1;strokeWidth=4;" value="Đưa xe ra cổng&amp;nbsp;" vertex="1">
          <mxGeometry height="60" width="120" x="2826" y="-2048" as="geometry" />
        </mxCell>
        <mxCell id="Hq5QgyVw3-6yqGqQHbII-37" parent="1" style="rounded=0;whiteSpace=wrap;html=1;strokeWidth=4;" value="Đưa xe ra cổng&amp;nbsp;" vertex="1">
          <mxGeometry height="60" width="120" x="2983" y="-2048" as="geometry" />
        </mxCell>
        <mxCell id="Hq5QgyVw3-6yqGqQHbII-38" parent="1" style="rounded=0;whiteSpace=wrap;html=1;strokeWidth=4;" value="Đưa xe ra cổng&amp;nbsp;" vertex="1">
          <mxGeometry height="60" width="120" x="3140" y="-2048" as="geometry" />
        </mxCell>
        <mxCell id="Hq5QgyVw3-6yqGqQHbII-39" edge="1" parent="1" source="Hq5QgyVw3-6yqGqQHbII-23" style="endArrow=classic;html=1;rounded=0;exitX=0.5;exitY=1;exitDx=0;exitDy=0;strokeWidth=4;" target="Hq5QgyVw3-6yqGqQHbII-35" value="">
          <mxGeometry height="50" relative="1" width="50" as="geometry">
            <mxPoint x="2447" y="-2017" as="sourcePoint" />
            <mxPoint x="2497" y="-2067" as="targetPoint" />
          </mxGeometry>
        </mxCell>
        <mxCell id="Hq5QgyVw3-6yqGqQHbII-41" edge="1" parent="1" source="Hq5QgyVw3-6yqGqQHbII-25" style="endArrow=classic;html=1;rounded=0;exitX=0.5;exitY=1;exitDx=0;exitDy=0;entryX=0.5;entryY=0;entryDx=0;entryDy=0;strokeWidth=4;" target="Hq5QgyVw3-6yqGqQHbII-36" value="">
          <mxGeometry height="50" relative="1" width="50" as="geometry">
            <mxPoint x="2447" y="-2017" as="sourcePoint" />
            <mxPoint x="2497" y="-2067" as="targetPoint" />
          </mxGeometry>
        </mxCell>
        <mxCell id="Hq5QgyVw3-6yqGqQHbII-42" edge="1" parent="1" source="Hq5QgyVw3-6yqGqQHbII-26" style="endArrow=classic;html=1;rounded=0;exitX=0.5;exitY=1;exitDx=0;exitDy=0;entryX=0.5;entryY=0;entryDx=0;entryDy=0;strokeWidth=4;" target="Hq5QgyVw3-6yqGqQHbII-37" value="">
          <mxGeometry height="50" relative="1" width="50" as="geometry">
            <mxPoint x="2447" y="-2017" as="sourcePoint" />
            <mxPoint x="2497" y="-2067" as="targetPoint" />
          </mxGeometry>
        </mxCell>
        <mxCell id="Hq5QgyVw3-6yqGqQHbII-43" edge="1" parent="1" source="Hq5QgyVw3-6yqGqQHbII-32" style="endArrow=classic;html=1;rounded=0;exitX=0.5;exitY=1;exitDx=0;exitDy=0;entryX=0.5;entryY=0;entryDx=0;entryDy=0;strokeWidth=4;" target="Hq5QgyVw3-6yqGqQHbII-38" value="">
          <mxGeometry height="50" relative="1" width="50" as="geometry">
            <mxPoint x="2607" y="-2084" as="sourcePoint" />
            <mxPoint x="2657" y="-2134" as="targetPoint" />
          </mxGeometry>
        </mxCell>
        <mxCell id="Hq5QgyVw3-6yqGqQHbII-44" edge="1" parent="1" source="qodCVxMkwnfkt2WPn_CC-28" style="endArrow=classic;html=1;rounded=0;exitX=0.5;exitY=1;exitDx=0;exitDy=0;strokeWidth=4;" value="">
          <mxGeometry height="50" relative="1" width="50" as="geometry">
            <Array as="points">
              <mxPoint x="1601" y="-1778" />
            </Array>
            <mxPoint x="1694" y="-2023" as="sourcePoint" />
            <mxPoint x="339" y="-1762" as="targetPoint" />
          </mxGeometry>
        </mxCell>
        <mxCell id="Hq5QgyVw3-6yqGqQHbII-45" edge="1" parent="1" style="endArrow=classic;html=1;rounded=0;entryX=0;entryY=0.5;entryDx=0;entryDy=0;strokeWidth=4;" target="gv57a_h_J0GcEr8g6lP8-4" value="">
          <mxGeometry height="50" relative="1" width="50" as="geometry">
            <Array as="points">
              <mxPoint x="339" y="-2718" />
            </Array>
            <mxPoint x="349" y="-1765" as="sourcePoint" />
            <mxPoint x="1744" y="-2073" as="targetPoint" />
          </mxGeometry>
        </mxCell>
        <mxCell id="Hq5QgyVw3-6yqGqQHbII-46" edge="1" parent="1" source="Hq5QgyVw3-6yqGqQHbII-8" style="endArrow=classic;html=1;rounded=0;exitX=0.5;exitY=1;exitDx=0;exitDy=0;strokeWidth=4;" value="">
          <mxGeometry height="50" relative="1" width="50" as="geometry">
            <Array as="points">
              <mxPoint x="1985" y="-1776" />
            </Array>
            <mxPoint x="2117" y="-2023" as="sourcePoint" />
            <mxPoint x="3375" y="-1801" as="targetPoint" />
          </mxGeometry>
        </mxCell>
        <mxCell id="Hq5QgyVw3-6yqGqQHbII-47" edge="1" parent="1" style="endArrow=classic;html=1;rounded=0;entryX=1;entryY=0.5;entryDx=0;entryDy=0;strokeWidth=4;" target="gv57a_h_J0GcEr8g6lP8-4" value="">
          <mxGeometry height="50" relative="1" width="50" as="geometry">
            <Array as="points">
              <mxPoint x="3375" y="-2732" />
            </Array>
            <mxPoint x="3375" y="-1799" as="sourcePoint" />
            <mxPoint x="2167" y="-2073" as="targetPoint" />
          </mxGeometry>
        </mxCell>
        <mxCell id="Hq5QgyVw3-6yqGqQHbII-48" edge="1" parent="1" source="Hq5QgyVw3-6yqGqQHbII-10" style="endArrow=classic;html=1;rounded=0;exitX=0.5;exitY=1;exitDx=0;exitDy=0;strokeWidth=4;" value="">
          <mxGeometry height="50" relative="1" width="50" as="geometry">
            <mxPoint x="2117" y="-2023" as="sourcePoint" />
            <mxPoint x="2130" y="-1765" as="targetPoint" />
          </mxGeometry>
        </mxCell>
        <mxCell id="Hq5QgyVw3-6yqGqQHbII-49" edge="1" parent="1" style="endArrow=classic;html=1;rounded=0;exitX=0.5;exitY=1;exitDx=0;exitDy=0;strokeWidth=4;" value="">
          <mxGeometry height="50" relative="1" width="50" as="geometry">
            <mxPoint x="2289" y="-2124" as="sourcePoint" />
            <mxPoint x="2289" y="-1763" as="targetPoint" />
          </mxGeometry>
        </mxCell>
        <mxCell id="Hq5QgyVw3-6yqGqQHbII-50" edge="1" parent="1" source="Hq5QgyVw3-6yqGqQHbII-35" style="endArrow=classic;html=1;rounded=0;exitX=0.5;exitY=1;exitDx=0;exitDy=0;strokeWidth=4;" value="">
          <mxGeometry height="50" relative="1" width="50" as="geometry">
            <mxPoint x="2117" y="-2023" as="sourcePoint" />
            <mxPoint x="2741" y="-1788" as="targetPoint" />
          </mxGeometry>
        </mxCell>
        <mxCell id="Hq5QgyVw3-6yqGqQHbII-51" edge="1" parent="1" style="endArrow=classic;html=1;rounded=0;exitX=0.5;exitY=1;exitDx=0;exitDy=0;strokeWidth=4;" value="">
          <mxGeometry height="50" relative="1" width="50" as="geometry">
            <mxPoint x="2889" y="-1988" as="sourcePoint" />
            <mxPoint x="2889" y="-1788" as="targetPoint" />
          </mxGeometry>
        </mxCell>
        <mxCell id="Hq5QgyVw3-6yqGqQHbII-52" edge="1" parent="1" style="endArrow=classic;html=1;rounded=0;exitX=0.5;exitY=1;exitDx=0;exitDy=0;strokeWidth=4;" value="">
          <mxGeometry height="50" relative="1" width="50" as="geometry">
            <mxPoint x="3041.57" y="-1996" as="sourcePoint" />
            <mxPoint x="3041.57" y="-1796" as="targetPoint" />
          </mxGeometry>
        </mxCell>
        <mxCell id="Hq5QgyVw3-6yqGqQHbII-53" edge="1" parent="1" style="endArrow=classic;html=1;rounded=0;exitX=0.5;exitY=1;exitDx=0;exitDy=0;strokeWidth=4;" value="">
          <mxGeometry height="50" relative="1" width="50" as="geometry">
            <mxPoint x="3204" y="-1993" as="sourcePoint" />
            <mxPoint x="3204" y="-1793" as="targetPoint" />
          </mxGeometry>
        </mxCell>
        <mxCell id="Hq5QgyVw3-6yqGqQHbII-54" edge="1" parent="1" style="endArrow=classic;html=1;rounded=0;exitX=0.5;exitY=1;exitDx=0;exitDy=0;strokeWidth=4;" value="">
          <mxGeometry height="50" relative="1" width="50" as="geometry">
            <mxPoint x="847" y="-2038" as="sourcePoint" />
            <mxPoint x="847" y="-1776" as="targetPoint" />
          </mxGeometry>
        </mxCell>
        <mxCell id="Hq5QgyVw3-6yqGqQHbII-55" edge="1" parent="1" style="endArrow=classic;html=1;rounded=0;exitX=0.5;exitY=1;exitDx=0;exitDy=0;strokeWidth=4;" value="">
          <mxGeometry height="50" relative="1" width="50" as="geometry">
            <mxPoint x="692.5699999999999" y="-2048" as="sourcePoint" />
            <mxPoint x="693" y="-1778" as="targetPoint" />
          </mxGeometry>
        </mxCell>
        <mxCell id="Hq5QgyVw3-6yqGqQHbII-56" edge="1" parent="1" style="endArrow=classic;html=1;rounded=0;exitX=0.5;exitY=1;exitDx=0;exitDy=0;strokeWidth=4;" value="">
          <mxGeometry height="50" relative="1" width="50" as="geometry">
            <mxPoint x="547.5699999999999" y="-2041" as="sourcePoint" />
            <mxPoint x="547.5699999999999" y="-1779" as="targetPoint" />
          </mxGeometry>
        </mxCell>
        <mxCell id="Hq5QgyVw3-6yqGqQHbII-57" edge="1" parent="1" style="endArrow=classic;html=1;rounded=0;exitX=0.5;exitY=1;exitDx=0;exitDy=0;strokeWidth=4;" value="">
          <mxGeometry height="50" relative="1" width="50" as="geometry">
            <mxPoint x="1135" y="-1903" as="sourcePoint" />
            <mxPoint x="1135" y="-1767" as="targetPoint" />
          </mxGeometry>
        </mxCell>
        <mxCell id="Hq5QgyVw3-6yqGqQHbII-58" edge="1" parent="1" style="endArrow=classic;html=1;rounded=0;exitX=0.5;exitY=1;exitDx=0;exitDy=0;strokeWidth=4;" value="">
          <mxGeometry height="50" relative="1" width="50" as="geometry">
            <mxPoint x="1292" y="-1906" as="sourcePoint" />
            <mxPoint x="1292" y="-1770" as="targetPoint" />
          </mxGeometry>
        </mxCell>
        <mxCell id="Hq5QgyVw3-6yqGqQHbII-59" edge="1" parent="1" style="endArrow=classic;html=1;rounded=0;exitX=0.5;exitY=1;exitDx=0;exitDy=0;strokeWidth=4;" value="">
          <mxGeometry height="50" relative="1" width="50" as="geometry">
            <mxPoint x="1435" y="-1908" as="sourcePoint" />
            <mxPoint x="1435" y="-1772" as="targetPoint" />
          </mxGeometry>
        </mxCell>
        <mxCell id="JLJm8IXlFleqvDiXduMD-1" parent="1" style="ellipse;whiteSpace=wrap;html=1;strokeWidth=4;" value="&lt;b&gt;&lt;font style=&quot;font-size: 24px;&quot;&gt;Bắt đầu&lt;/font&gt;&lt;/b&gt;" vertex="1">
          <mxGeometry height="80" width="120" x="4492" y="-1241" as="geometry" />
        </mxCell>
        <mxCell id="JLJm8IXlFleqvDiXduMD-2" parent="1" style="rounded=0;whiteSpace=wrap;html=1;strokeWidth=4;" value="&lt;font style=&quot;font-size: 24px;&quot;&gt;&lt;b style=&quot;&quot;&gt;Xoay trục về vị trí Home&lt;/b&gt;&lt;/font&gt;" vertex="1">
          <mxGeometry height="114" width="182" x="4461" y="-1110" as="geometry" />
        </mxCell>
        <mxCell id="JLJm8IXlFleqvDiXduMD-3" edge="1" parent="1" source="JLJm8IXlFleqvDiXduMD-1" style="endArrow=classic;html=1;rounded=0;exitX=0.5;exitY=1;exitDx=0;exitDy=0;entryX=0.5;entryY=0;entryDx=0;entryDy=0;strokeWidth=4;" target="JLJm8IXlFleqvDiXduMD-2" value="">
          <mxGeometry height="50" relative="1" width="50" as="geometry">
            <mxPoint x="4558" y="-883" as="sourcePoint" />
            <mxPoint x="4608" y="-933" as="targetPoint" />
          </mxGeometry>
        </mxCell>
        <mxCell id="JLJm8IXlFleqvDiXduMD-4" edge="1" parent="1" source="JLJm8IXlFleqvDiXduMD-2" style="endArrow=classic;html=1;rounded=0;exitX=0.5;exitY=1;exitDx=0;exitDy=0;entryX=0.5;entryY=0;entryDx=0;entryDy=0;entryPerimeter=0;strokeWidth=4;" target="JLJm8IXlFleqvDiXduMD-5" value="">
          <mxGeometry height="50" relative="1" width="50" as="geometry">
            <mxPoint x="4558" y="-883" as="sourcePoint" />
            <mxPoint x="4548" y="-984" as="targetPoint" />
          </mxGeometry>
        </mxCell>
        <mxCell id="JLJm8IXlFleqvDiXduMD-5" parent="1" style="strokeWidth=4;html=1;shape=mxgraph.flowchart.decision;whiteSpace=wrap;" value="&lt;b&gt;&lt;font style=&quot;background-color: light-dark(#ffffff, var(--ge-dark-color, #121212)); font-size: 24px;&quot;&gt;Nhận tín hiệu từ máy tính&lt;/font&gt;&lt;/b&gt;" vertex="1">
          <mxGeometry height="139" width="244" x="4428" y="-924" as="geometry" />
        </mxCell>
        <mxCell id="JLJm8IXlFleqvDiXduMD-6" parent="1" style="rounded=0;whiteSpace=wrap;html=1;strokeWidth=4;" value="&lt;font style=&quot;font-size: 24px;&quot;&gt;&lt;b style=&quot;&quot;&gt;Tín hiệu lấy xe&lt;/b&gt;&lt;/font&gt;" vertex="1">
          <mxGeometry height="96" width="218" x="5004" y="-915" as="geometry" />
        </mxCell>
        <mxCell id="JLJm8IXlFleqvDiXduMD-7" parent="1" style="rounded=0;whiteSpace=wrap;html=1;strokeWidth=4;" value="&lt;b&gt;&lt;font style=&quot;font-size: 24px;&quot;&gt;Tín hiệu gửi xe&lt;/font&gt;&lt;/b&gt;" vertex="1">
          <mxGeometry height="98" width="210" x="3944" y="-901" as="geometry" />
        </mxCell>
        <mxCell id="JLJm8IXlFleqvDiXduMD-8" edge="1" parent="1" source="JLJm8IXlFleqvDiXduMD-5" style="endArrow=classic;html=1;rounded=0;exitX=1;exitY=0.5;exitDx=0;exitDy=0;exitPerimeter=0;entryX=0;entryY=0.5;entryDx=0;entryDy=0;strokeWidth=4;" target="JLJm8IXlFleqvDiXduMD-6" value="">
          <mxGeometry height="50" relative="1" width="50" as="geometry">
            <mxPoint x="5007" y="-845" as="sourcePoint" />
            <mxPoint x="5016" y="-876.5" as="targetPoint" />
          </mxGeometry>
        </mxCell>
        <mxCell id="JLJm8IXlFleqvDiXduMD-9" edge="1" parent="1" source="JLJm8IXlFleqvDiXduMD-5" style="endArrow=classic;html=1;rounded=0;entryX=1;entryY=0.5;entryDx=0;entryDy=0;exitX=0;exitY=0.5;exitDx=0;exitDy=0;exitPerimeter=0;strokeWidth=4;" target="JLJm8IXlFleqvDiXduMD-7" value="">
          <mxGeometry height="50" relative="1" width="50" as="geometry">
            <mxPoint x="4354" y="-835.5" as="sourcePoint" />
            <mxPoint x="4515" y="-867.5" as="targetPoint" />
          </mxGeometry>
        </mxCell>
        <mxCell id="JLJm8IXlFleqvDiXduMD-10" parent="1" style="rhombus;whiteSpace=wrap;html=1;strokeWidth=4;" value="&lt;b&gt;&lt;font style=&quot;font-size: 21px;&quot;&gt;Gửi xe&amp;nbsp; tầng 1&lt;/font&gt;&lt;/b&gt;" vertex="1">
          <mxGeometry height="139" width="182" x="3954" y="-770" as="geometry" />
        </mxCell>
        <mxCell id="JLJm8IXlFleqvDiXduMD-11" edge="1" parent="1" source="JLJm8IXlFleqvDiXduMD-7" style="endArrow=classic;html=1;rounded=0;exitX=0.5;exitY=1;exitDx=0;exitDy=0;strokeWidth=4;" target="JLJm8IXlFleqvDiXduMD-10" value="">
          <mxGeometry height="50" relative="1" width="50" as="geometry">
            <mxPoint x="4498" y="-717.5" as="sourcePoint" />
            <mxPoint x="4548" y="-767.5" as="targetPoint" />
          </mxGeometry>
        </mxCell>
        <mxCell id="JLJm8IXlFleqvDiXduMD-12" parent="1" style="rounded=0;whiteSpace=wrap;html=1;strokeWidth=4;" value="&lt;b&gt;&lt;font style=&quot;font-size: 22px;&quot;&gt;Lấy xe từ cổng&lt;/font&gt;&lt;/b&gt;" vertex="1">
          <mxGeometry height="81.5" width="192" x="3709" y="-646" as="geometry" />
        </mxCell>
        <mxCell id="JLJm8IXlFleqvDiXduMD-13" parent="1" style="rounded=0;whiteSpace=wrap;html=1;strokeWidth=4;" value="&lt;b&gt;&lt;font style=&quot;font-size: 22px;&quot;&gt;Lấy xe từ cổng&lt;/font&gt;&lt;/b&gt;" vertex="1">
          <mxGeometry height="71.5" width="193" x="4187" y="-646" as="geometry" />
        </mxCell>
        <mxCell id="JLJm8IXlFleqvDiXduMD-14" edge="1" parent="1" source="JLJm8IXlFleqvDiXduMD-10" style="endArrow=classic;html=1;rounded=0;exitX=1;exitY=0.5;exitDx=0;exitDy=0;entryX=0.5;entryY=0;entryDx=0;entryDy=0;strokeWidth=4;" target="JLJm8IXlFleqvDiXduMD-13" value="">
          <mxGeometry height="50" relative="1" width="50" as="geometry">
            <Array as="points">
              <mxPoint x="4281" y="-698" />
            </Array>
            <mxPoint x="4465" y="-717.5" as="sourcePoint" />
            <mxPoint x="4515" y="-767.5" as="targetPoint" />
          </mxGeometry>
        </mxCell>
        <mxCell id="JLJm8IXlFleqvDiXduMD-15" edge="1" parent="1" source="JLJm8IXlFleqvDiXduMD-10" style="endArrow=classic;html=1;rounded=0;exitX=0;exitY=0.5;exitDx=0;exitDy=0;entryX=0.5;entryY=0;entryDx=0;entryDy=0;strokeWidth=4;" target="JLJm8IXlFleqvDiXduMD-12" value="">
          <mxGeometry height="50" relative="1" width="50" as="geometry">
            <Array as="points">
              <mxPoint x="3805" y="-694" />
            </Array>
            <mxPoint x="4058" y="-703.0000000000005" as="sourcePoint" />
            <mxPoint x="4698" y="-769.5" as="targetPoint" />
          </mxGeometry>
        </mxCell>
        <mxCell id="JLJm8IXlFleqvDiXduMD-16" parent="1" style="rhombus;whiteSpace=wrap;html=1;strokeWidth=4;" value="&lt;font style=&quot;font-size: 24px; background-color: light-dark(#ffffff, var(--ge-dark-color, #121212));&quot;&gt;&lt;b&gt;Lấy xe tầng 1&lt;/b&gt;&lt;/font&gt;" vertex="1">
          <mxGeometry height="105" width="148" x="5039" y="-775" as="geometry" />
        </mxCell>
        <mxCell id="JLJm8IXlFleqvDiXduMD-17" edge="1" parent="1" source="JLJm8IXlFleqvDiXduMD-16" style="endArrow=classic;html=1;rounded=0;exitX=1;exitY=0.5;exitDx=0;exitDy=0;entryX=0.5;entryY=0;entryDx=0;entryDy=0;strokeWidth=4;" target="JLJm8IXlFleqvDiXduMD-74" value="">
          <mxGeometry height="50" relative="1" width="50" as="geometry">
            <Array as="points">
              <mxPoint x="5366" y="-732" />
            </Array>
            <mxPoint x="5824" y="-741.5" as="sourcePoint" />
            <mxPoint x="5353" y="-641.5" as="targetPoint" />
          </mxGeometry>
        </mxCell>
        <mxCell id="JLJm8IXlFleqvDiXduMD-18" edge="1" parent="1" style="endArrow=classic;html=1;rounded=0;entryX=0.5;entryY=0;entryDx=0;entryDy=0;strokeWidth=4;" target="JLJm8IXlFleqvDiXduMD-61" value="">
          <mxGeometry height="50" relative="1" width="50" as="geometry">
            <Array as="points">
              <mxPoint x="4724" y="-721" />
            </Array>
            <mxPoint x="5038" y="-721" as="sourcePoint" />
            <mxPoint x="4599" y="-639.5" as="targetPoint" />
          </mxGeometry>
        </mxCell>
        <mxCell id="JLJm8IXlFleqvDiXduMD-19" edge="1" parent="1" source="JLJm8IXlFleqvDiXduMD-6" style="endArrow=classic;html=1;rounded=0;exitX=0.5;exitY=1;exitDx=0;exitDy=0;strokeWidth=4;" target="JLJm8IXlFleqvDiXduMD-16" value="">
          <mxGeometry height="50" relative="1" width="50" as="geometry">
            <mxPoint x="4516" y="-649.5" as="sourcePoint" />
            <mxPoint x="4566" y="-699.5" as="targetPoint" />
          </mxGeometry>
        </mxCell>
        <mxCell id="JLJm8IXlFleqvDiXduMD-20" parent="1" style="text;html=1;whiteSpace=wrap;strokeColor=none;fillColor=none;align=center;verticalAlign=middle;rounded=0;strokeWidth=4;" value="&lt;font style=&quot;font-size: 24px;&quot;&gt;Đ&lt;/font&gt;" vertex="1">
          <mxGeometry height="30" width="60" x="3900" y="-742.5" as="geometry" />
        </mxCell>
        <mxCell id="JLJm8IXlFleqvDiXduMD-21" parent="1" style="text;html=1;whiteSpace=wrap;strokeColor=none;fillColor=none;align=center;verticalAlign=middle;rounded=0;strokeWidth=4;" value="&lt;font style=&quot;font-size: 24px;&quot;&gt;S&lt;/font&gt;" vertex="1">
          <mxGeometry height="30" width="60" x="4162" y="-752" as="geometry" />
        </mxCell>
        <mxCell id="JLJm8IXlFleqvDiXduMD-22" parent="1" style="text;html=1;whiteSpace=wrap;strokeColor=none;fillColor=none;align=center;verticalAlign=middle;rounded=0;strokeWidth=4;" value="Đ" vertex="1">
          <mxGeometry height="30" width="60" x="4951" y="-785" as="geometry" />
        </mxCell>
        <mxCell id="JLJm8IXlFleqvDiXduMD-23" parent="1" style="text;html=1;whiteSpace=wrap;strokeColor=none;fillColor=none;align=center;verticalAlign=middle;rounded=0;strokeWidth=4;" value="S" vertex="1">
          <mxGeometry height="30" width="60" x="5283.5" y="-755" as="geometry" />
        </mxCell>
        <mxCell id="JLJm8IXlFleqvDiXduMD-24" parent="1" style="rhombus;whiteSpace=wrap;html=1;strokeWidth=4;" value="&lt;b&gt;&lt;font style=&quot;font-size: 18px;&quot;&gt;vị trí 2&lt;/font&gt;&lt;/b&gt;" vertex="1">
          <mxGeometry height="166" width="146" x="3729" y="-524" as="geometry" />
        </mxCell>
        <mxCell id="JLJm8IXlFleqvDiXduMD-26" parent="1" style="rhombus;whiteSpace=wrap;html=1;strokeWidth=4;" value="&lt;font style=&quot;font-size: 24px;&quot;&gt;&lt;b&gt;vị trí 3, 4&lt;/b&gt;&lt;/font&gt;" vertex="1">
          <mxGeometry height="141.5" width="130" x="3950" y="-517" as="geometry" />
        </mxCell>
        <mxCell id="JLJm8IXlFleqvDiXduMD-28" edge="1" parent="1" source="JLJm8IXlFleqvDiXduMD-12" style="endArrow=classic;html=1;rounded=0;exitX=0.5;exitY=1;exitDx=0;exitDy=0;entryX=0.5;entryY=0;entryDx=0;entryDy=0;strokeWidth=4;" target="JLJm8IXlFleqvDiXduMD-24" value="">
          <mxGeometry height="50" relative="1" width="50" as="geometry">
            <mxPoint x="4383" y="-526.5" as="sourcePoint" />
            <mxPoint x="4433" y="-576.5" as="targetPoint" />
          </mxGeometry>
        </mxCell>
        <mxCell id="JLJm8IXlFleqvDiXduMD-29" edge="1" parent="1" source="JLJm8IXlFleqvDiXduMD-24" style="endArrow=classic;html=1;rounded=0;exitX=1;exitY=0.5;exitDx=0;exitDy=0;entryX=0;entryY=0.5;entryDx=0;entryDy=0;strokeWidth=4;" target="JLJm8IXlFleqvDiXduMD-26" value="">
          <mxGeometry height="50" relative="1" width="50" as="geometry">
            <mxPoint x="3864" y="-466" as="sourcePoint" />
            <mxPoint x="3969" y="-487" as="targetPoint" />
          </mxGeometry>
        </mxCell>
        <mxCell id="JLJm8IXlFleqvDiXduMD-30" parent="1" style="text;html=1;whiteSpace=wrap;strokeColor=none;fillColor=none;align=center;verticalAlign=middle;rounded=0;strokeWidth=4;" value="Đ" vertex="1">
          <mxGeometry height="30" width="60" x="3825" y="-574.5" as="geometry" />
        </mxCell>
        <mxCell id="JLJm8IXlFleqvDiXduMD-32" parent="1" style="text;html=1;whiteSpace=wrap;strokeColor=none;fillColor=none;align=center;verticalAlign=middle;rounded=0;strokeWidth=4;" value="&lt;font style=&quot;font-size: 24px;&quot;&gt;S&lt;/font&gt;" vertex="1">
          <mxGeometry height="30" width="60" x="3884" y="-495" as="geometry" />
        </mxCell>
        <mxCell id="JLJm8IXlFleqvDiXduMD-33" parent="1" style="rounded=0;whiteSpace=wrap;html=1;strokeWidth=4;" value="&lt;b&gt;&lt;font style=&quot;font-size: 24px;&quot;&gt;Đưa xe đến bãi đỗ 2&lt;/font&gt;&lt;/b&gt;" vertex="1">
          <mxGeometry height="90.5" width="180" x="3707" y="-266.5" as="geometry" />
        </mxCell>
        <mxCell id="JLJm8IXlFleqvDiXduMD-34" edge="1" parent="1" source="JLJm8IXlFleqvDiXduMD-24" style="endArrow=classic;html=1;rounded=0;exitX=0.5;exitY=1;exitDx=0;exitDy=0;entryX=0.5;entryY=0;entryDx=0;entryDy=0;strokeWidth=4;" target="JLJm8IXlFleqvDiXduMD-33" value="">
          <mxGeometry height="50" relative="1" width="50" as="geometry">
            <mxPoint x="4374" y="-394" as="sourcePoint" />
            <mxPoint x="4424" y="-444" as="targetPoint" />
          </mxGeometry>
        </mxCell>
        <mxCell id="JLJm8IXlFleqvDiXduMD-36" parent="1" style="rounded=0;whiteSpace=wrap;html=1;strokeWidth=4;" value="&lt;b&gt;&lt;font style=&quot;font-size: 24px;&quot;&gt;Đưa xe đến bãi đỗ 34&lt;/font&gt;&lt;/b&gt;" vertex="1">
          <mxGeometry height="91" width="200" x="3915" y="-267" as="geometry" />
        </mxCell>
        <mxCell id="JLJm8IXlFleqvDiXduMD-38" edge="1" parent="1" source="JLJm8IXlFleqvDiXduMD-26" style="endArrow=classic;html=1;rounded=0;exitX=0.5;exitY=1;exitDx=0;exitDy=0;entryX=0.5;entryY=0;entryDx=0;entryDy=0;strokeWidth=4;" target="JLJm8IXlFleqvDiXduMD-36" value="">
          <mxGeometry height="50" relative="1" width="50" as="geometry">
            <mxPoint x="4230" y="-390.5" as="sourcePoint" />
            <mxPoint x="4280" y="-440.5" as="targetPoint" />
          </mxGeometry>
        </mxCell>
        <mxCell id="JLJm8IXlFleqvDiXduMD-40" parent="1" style="rounded=0;whiteSpace=wrap;html=1;strokeWidth=4;" value="Nâng lên tằng 2" vertex="1">
          <mxGeometry height="78.5" width="188" x="4189" y="-526.5" as="geometry" />
        </mxCell>
        <mxCell id="JLJm8IXlFleqvDiXduMD-41" parent="1" style="rhombus;whiteSpace=wrap;html=1;strokeWidth=4;" value="&lt;b&gt;&lt;font style=&quot;font-size: 24px;&quot;&gt;vị trí 5&lt;/font&gt;&lt;/b&gt;" vertex="1">
          <mxGeometry height="117" width="105" x="4222" y="-401" as="geometry" />
        </mxCell>
        <mxCell id="JLJm8IXlFleqvDiXduMD-44" edge="1" parent="1" source="JLJm8IXlFleqvDiXduMD-41" style="endArrow=classic;html=1;rounded=0;exitX=1;exitY=0.5;exitDx=0;exitDy=0;entryX=0;entryY=0.5;entryDx=0;entryDy=0;strokeWidth=4;" value="">
          <mxGeometry height="50" relative="1" width="50" as="geometry">
            <mxPoint x="4826" y="-408.5" as="sourcePoint" />
            <mxPoint x="4352" y="-344.5" as="targetPoint" />
          </mxGeometry>
        </mxCell>
        <mxCell id="JLJm8IXlFleqvDiXduMD-46" parent="1" style="text;html=1;whiteSpace=wrap;strokeColor=none;fillColor=none;align=center;verticalAlign=middle;rounded=0;strokeWidth=4;" value="S" vertex="1">
          <mxGeometry height="30" width="60" x="4313" y="-397" as="geometry" />
        </mxCell>
        <mxCell id="JLJm8IXlFleqvDiXduMD-48" parent="1" style="rounded=0;whiteSpace=wrap;html=1;strokeWidth=4;" value="&lt;font style=&quot;font-size: 24px;&quot;&gt;&lt;b&gt;Đưa xe đến bãi đỗ 5&lt;/b&gt;&lt;/font&gt;" vertex="1">
          <mxGeometry height="103" width="203.5" x="4173.5" y="-259" as="geometry" />
        </mxCell>
        <mxCell id="JLJm8IXlFleqvDiXduMD-49" edge="1" parent="1" source="JLJm8IXlFleqvDiXduMD-41" style="endArrow=classic;html=1;rounded=0;exitX=0.5;exitY=1;exitDx=0;exitDy=0;entryX=0.5;entryY=0;entryDx=0;entryDy=0;strokeWidth=4;" target="JLJm8IXlFleqvDiXduMD-48" value="">
          <mxGeometry height="50" relative="1" width="50" as="geometry">
            <mxPoint x="4804" y="-266.5" as="sourcePoint" />
            <mxPoint x="4854" y="-316.5" as="targetPoint" />
          </mxGeometry>
        </mxCell>
        <mxCell id="JLJm8IXlFleqvDiXduMD-54" parent="1" style="rhombus;whiteSpace=wrap;html=1;strokeWidth=4;" value="&lt;font style=&quot;font-size: 24px; background-color: light-dark(#ffffff, var(--ge-dark-color, #121212));&quot;&gt;vị trí 8&lt;/font&gt;" vertex="1">
          <mxGeometry height="98" width="110" x="4467" y="-408" as="geometry" />
        </mxCell>
        <mxCell id="JLJm8IXlFleqvDiXduMD-55" edge="1" parent="1" style="endArrow=classic;html=1;rounded=0;exitX=1;exitY=0.5;exitDx=0;exitDy=0;entryX=0;entryY=0.5;entryDx=0;entryDy=0;strokeWidth=4;" target="JLJm8IXlFleqvDiXduMD-54" value="">
          <mxGeometry height="50" relative="1" width="50" as="geometry">
            <mxPoint x="4420" y="-350" as="sourcePoint" />
            <mxPoint x="4857" y="-452" as="targetPoint" />
          </mxGeometry>
        </mxCell>
        <mxCell id="JLJm8IXlFleqvDiXduMD-56" parent="1" style="text;html=1;whiteSpace=wrap;strokeColor=none;fillColor=none;align=center;verticalAlign=middle;rounded=0;strokeWidth=4;" value="S" vertex="1">
          <mxGeometry height="30" width="60" x="4417" y="-386" as="geometry" />
        </mxCell>
        <mxCell id="JLJm8IXlFleqvDiXduMD-57" parent="1" style="rounded=0;whiteSpace=wrap;html=1;strokeWidth=4;" value="&lt;font style=&quot;font-size: 24px;&quot;&gt;&lt;b&gt;Đưa xe đến bãi đỗ 8&lt;/b&gt;&lt;/font&gt;" vertex="1">
          <mxGeometry height="109" width="175" x="4432" y="-259" as="geometry" />
        </mxCell>
        <mxCell id="JLJm8IXlFleqvDiXduMD-58" edge="1" parent="1" source="JLJm8IXlFleqvDiXduMD-54" style="endArrow=classic;html=1;rounded=0;exitX=0.5;exitY=1;exitDx=0;exitDy=0;entryX=0.5;entryY=0;entryDx=0;entryDy=0;strokeWidth=4;" target="JLJm8IXlFleqvDiXduMD-57" value="">
          <mxGeometry height="50" relative="1" width="50" as="geometry">
            <mxPoint x="4792" y="-272" as="sourcePoint" />
            <mxPoint x="4842" y="-322" as="targetPoint" />
          </mxGeometry>
        </mxCell>
        <mxCell id="JLJm8IXlFleqvDiXduMD-59" edge="1" parent="1" source="JLJm8IXlFleqvDiXduMD-13" style="endArrow=classic;html=1;rounded=0;exitX=0.5;exitY=1;exitDx=0;exitDy=0;entryX=0.5;entryY=0;entryDx=0;entryDy=0;strokeWidth=4;" target="JLJm8IXlFleqvDiXduMD-40" value="">
          <mxGeometry height="50" relative="1" width="50" as="geometry">
            <mxPoint x="4229" y="-450.5" as="sourcePoint" />
            <mxPoint x="4279" y="-500.5" as="targetPoint" />
          </mxGeometry>
        </mxCell>
        <mxCell id="JLJm8IXlFleqvDiXduMD-60" edge="1" parent="1" source="JLJm8IXlFleqvDiXduMD-40" style="endArrow=classic;html=1;rounded=0;exitX=0.5;exitY=1;exitDx=0;exitDy=0;entryX=0.5;entryY=0;entryDx=0;entryDy=0;strokeWidth=4;" target="JLJm8IXlFleqvDiXduMD-41" value="">
          <mxGeometry height="50" relative="1" width="50" as="geometry">
            <mxPoint x="4229" y="-450.5" as="sourcePoint" />
            <mxPoint x="4279" y="-500.5" as="targetPoint" />
          </mxGeometry>
        </mxCell>
        <mxCell id="JLJm8IXlFleqvDiXduMD-61" parent="1" style="rhombus;whiteSpace=wrap;html=1;strokeWidth=4;" value="&lt;font style=&quot;font-size: 24px;&quot;&gt;&lt;b&gt;vị trí 2&lt;/b&gt;&lt;/font&gt;" vertex="1">
          <mxGeometry height="103" width="105" x="4674" y="-656" as="geometry" />
        </mxCell>
        <mxCell id="JLJm8IXlFleqvDiXduMD-63" parent="1" style="rhombus;whiteSpace=wrap;html=1;strokeWidth=4;" value="&lt;b&gt;&lt;font style=&quot;font-size: 24px; background-color: light-dark(#ffffff, var(--ge-dark-color, #121212));&quot;&gt;vị trí 4&lt;/font&gt;&lt;/b&gt;" vertex="1">
          <mxGeometry height="105" width="115" x="4886.5" y="-657" as="geometry" />
        </mxCell>
        <mxCell id="JLJm8IXlFleqvDiXduMD-64" edge="1" parent="1" source="JLJm8IXlFleqvDiXduMD-61" style="endArrow=classic;html=1;rounded=0;exitX=1;exitY=0.5;exitDx=0;exitDy=0;strokeWidth=4;" value="">
          <mxGeometry height="50" relative="1" width="50" as="geometry">
            <mxPoint x="5301" y="-659" as="sourcePoint" />
            <mxPoint x="4846" y="-604" as="targetPoint" />
          </mxGeometry>
        </mxCell>
        <mxCell id="JLJm8IXlFleqvDiXduMD-66" parent="1" style="text;html=1;whiteSpace=wrap;strokeColor=none;fillColor=none;align=center;verticalAlign=middle;rounded=0;strokeWidth=4;" value="S" vertex="1">
          <mxGeometry height="30" width="60" x="4756" y="-631" as="geometry" />
        </mxCell>
        <mxCell id="JLJm8IXlFleqvDiXduMD-68" parent="1" style="rounded=0;whiteSpace=wrap;html=1;strokeWidth=4;" value="&lt;b&gt;&lt;font style=&quot;font-size: 24px;&quot;&gt;Đưa xe ra cổng&amp;nbsp;&lt;/font&gt;&lt;/b&gt;" vertex="1">
          <mxGeometry height="127" width="122" x="4662" y="-489" as="geometry" />
        </mxCell>
        <mxCell id="JLJm8IXlFleqvDiXduMD-69" edge="1" parent="1" source="JLJm8IXlFleqvDiXduMD-61" style="endArrow=classic;html=1;rounded=0;exitX=0.5;exitY=1;exitDx=0;exitDy=0;entryX=0.5;entryY=0;entryDx=0;entryDy=0;strokeWidth=4;" target="JLJm8IXlFleqvDiXduMD-68" value="">
          <mxGeometry height="50" relative="1" width="50" as="geometry">
            <mxPoint x="5279" y="-517" as="sourcePoint" />
            <mxPoint x="5329" y="-567" as="targetPoint" />
          </mxGeometry>
        </mxCell>
        <mxCell id="JLJm8IXlFleqvDiXduMD-71" parent="1" style="rounded=0;whiteSpace=wrap;html=1;strokeWidth=4;" value="&lt;b&gt;&lt;font style=&quot;font-size: 24px;&quot;&gt;Đưa xe ra cổng&amp;nbsp;&lt;/font&gt;&lt;/b&gt;" vertex="1">
          <mxGeometry height="127" width="120" x="4884" y="-489" as="geometry" />
        </mxCell>
        <mxCell id="JLJm8IXlFleqvDiXduMD-73" edge="1" parent="1" source="JLJm8IXlFleqvDiXduMD-63" style="endArrow=classic;html=1;rounded=0;exitX=0.5;exitY=1;exitDx=0;exitDy=0;entryX=0.5;entryY=0;entryDx=0;entryDy=0;strokeWidth=4;" target="JLJm8IXlFleqvDiXduMD-71" value="">
          <mxGeometry height="50" relative="1" width="50" as="geometry">
            <mxPoint x="5199" y="-519" as="sourcePoint" />
            <mxPoint x="5249" y="-569" as="targetPoint" />
          </mxGeometry>
        </mxCell>
        <mxCell id="JLJm8IXlFleqvDiXduMD-74" parent="1" style="rounded=0;whiteSpace=wrap;html=1;strokeWidth=4;" value="&lt;b&gt;&lt;font style=&quot;font-size: 24px;&quot;&gt;Nâng lên&amp;nbsp; tầng 2&lt;/font&gt;&lt;/b&gt;" vertex="1">
          <mxGeometry height="60" width="120" x="5305.5" y="-630" as="geometry" />
        </mxCell>
        <mxCell id="JLJm8IXlFleqvDiXduMD-75" parent="1" style="rhombus;whiteSpace=wrap;html=1;strokeWidth=4;" value="&lt;b&gt;&lt;font style=&quot;font-size: 24px; background-color: light-dark(#ffffff, var(--ge-dark-color, #121212));&quot;&gt;vị trí 5&lt;/font&gt;&lt;/b&gt;" vertex="1">
          <mxGeometry height="120" width="105" x="5309.5" y="-524" as="geometry" />
        </mxCell>
        <mxCell id="JLJm8IXlFleqvDiXduMD-78" edge="1" parent="1" source="JLJm8IXlFleqvDiXduMD-75" style="endArrow=classic;html=1;rounded=0;exitX=1;exitY=0.5;exitDx=0;exitDy=0;strokeWidth=4;" value="">
          <mxGeometry height="50" relative="1" width="50" as="geometry">
            <mxPoint x="5946" y="-571" as="sourcePoint" />
            <mxPoint x="5481" y="-464" as="targetPoint" />
          </mxGeometry>
        </mxCell>
        <mxCell id="JLJm8IXlFleqvDiXduMD-80" parent="1" style="text;html=1;whiteSpace=wrap;strokeColor=none;fillColor=none;align=center;verticalAlign=middle;rounded=0;strokeWidth=4;" value="S" vertex="1">
          <mxGeometry height="30" width="60" x="5422" y="-495" as="geometry" />
        </mxCell>
        <mxCell id="JLJm8IXlFleqvDiXduMD-82" parent="1" style="rounded=0;whiteSpace=wrap;html=1;strokeWidth=4;" value="&lt;font style=&quot;font-size: 24px;&quot;&gt;&lt;b&gt;Hạ xuống tầng 1&lt;/b&gt;&lt;/font&gt;" vertex="1">
          <mxGeometry height="60" width="120" x="5302" y="-348" as="geometry" />
        </mxCell>
        <mxCell id="JLJm8IXlFleqvDiXduMD-83" edge="1" parent="1" source="JLJm8IXlFleqvDiXduMD-75" style="endArrow=classic;html=1;rounded=0;exitX=0.5;exitY=1;exitDx=0;exitDy=0;entryX=0.5;entryY=0;entryDx=0;entryDy=0;strokeWidth=4;" target="JLJm8IXlFleqvDiXduMD-82" value="">
          <mxGeometry height="50" relative="1" width="50" as="geometry">
            <mxPoint x="5924" y="-429" as="sourcePoint" />
            <mxPoint x="5974" y="-479" as="targetPoint" />
          </mxGeometry>
        </mxCell>
        <mxCell id="JLJm8IXlFleqvDiXduMD-88" parent="1" style="rhombus;whiteSpace=wrap;html=1;strokeWidth=4;" value="&lt;font style=&quot;font-size: 24px;&quot;&gt;&lt;b&gt;vị trí 8&lt;/b&gt;&lt;/font&gt;" vertex="1">
          <mxGeometry height="107" width="102" x="5566" y="-524" as="geometry" />
        </mxCell>
        <mxCell id="JLJm8IXlFleqvDiXduMD-89" edge="1" parent="1" style="endArrow=classic;html=1;rounded=0;entryX=0;entryY=0.5;entryDx=0;entryDy=0;strokeWidth=4;" target="JLJm8IXlFleqvDiXduMD-88" value="">
          <mxGeometry height="50" relative="1" width="50" as="geometry">
            <mxPoint x="5504" y="-470" as="sourcePoint" />
            <mxPoint x="5946" y="-600" as="targetPoint" />
          </mxGeometry>
        </mxCell>
        <mxCell id="JLJm8IXlFleqvDiXduMD-90" parent="1" style="text;html=1;whiteSpace=wrap;strokeColor=none;fillColor=none;align=center;verticalAlign=middle;rounded=0;strokeWidth=4;" value="S" vertex="1">
          <mxGeometry height="30" width="60" x="5506" y="-524" as="geometry" />
        </mxCell>
        <mxCell id="JLJm8IXlFleqvDiXduMD-91" parent="1" style="rounded=0;whiteSpace=wrap;html=1;strokeWidth=4;" value="&lt;font style=&quot;font-size: 24px;&quot;&gt;&lt;b&gt;Hạ xuống tầng 1&lt;/b&gt;&lt;/font&gt;" vertex="1">
          <mxGeometry height="60" width="120" x="5557" y="-350" as="geometry" />
        </mxCell>
        <mxCell id="JLJm8IXlFleqvDiXduMD-92" edge="1" parent="1" source="JLJm8IXlFleqvDiXduMD-88" style="endArrow=classic;html=1;rounded=0;exitX=0.5;exitY=1;exitDx=0;exitDy=0;entryX=0.5;entryY=0;entryDx=0;entryDy=0;strokeWidth=4;" target="JLJm8IXlFleqvDiXduMD-91" value="">
          <mxGeometry height="50" relative="1" width="50" as="geometry">
            <mxPoint x="5887" y="-427" as="sourcePoint" />
            <mxPoint x="5937" y="-477" as="targetPoint" />
          </mxGeometry>
        </mxCell>
        <mxCell id="JLJm8IXlFleqvDiXduMD-93" edge="1" parent="1" source="JLJm8IXlFleqvDiXduMD-74" style="endArrow=classic;html=1;rounded=0;exitX=0.5;exitY=1;exitDx=0;exitDy=0;entryX=0.5;entryY=0;entryDx=0;entryDy=0;strokeWidth=4;" target="JLJm8IXlFleqvDiXduMD-75" value="">
          <mxGeometry height="50" relative="1" width="50" as="geometry">
            <mxPoint x="5073" y="-280" as="sourcePoint" />
            <mxPoint x="5123" y="-330" as="targetPoint" />
          </mxGeometry>
        </mxCell>
        <mxCell id="JLJm8IXlFleqvDiXduMD-94" parent="1" style="rounded=0;whiteSpace=wrap;html=1;strokeWidth=4;" value="&lt;b&gt;&lt;font style=&quot;font-size: 24px;&quot;&gt;Đưa xe ra cổng&amp;nbsp;&lt;/font&gt;&lt;/b&gt;" vertex="1">
          <mxGeometry height="60" width="120" x="5307" y="-223" as="geometry" />
        </mxCell>
        <mxCell id="JLJm8IXlFleqvDiXduMD-97" parent="1" style="rounded=0;whiteSpace=wrap;html=1;strokeWidth=4;" value="&lt;font style=&quot;font-size: 24px;&quot;&gt;&lt;b&gt;Đưa xe ra cổng&amp;nbsp;&lt;/b&gt;&lt;/font&gt;" vertex="1">
          <mxGeometry height="60" width="120" x="5562" y="-223" as="geometry" />
        </mxCell>
        <mxCell id="JLJm8IXlFleqvDiXduMD-98" edge="1" parent="1" source="JLJm8IXlFleqvDiXduMD-82" style="endArrow=classic;html=1;rounded=0;exitX=0.5;exitY=1;exitDx=0;exitDy=0;strokeWidth=4;" target="JLJm8IXlFleqvDiXduMD-94" value="">
          <mxGeometry height="50" relative="1" width="50" as="geometry">
            <mxPoint x="5073" y="-280" as="sourcePoint" />
            <mxPoint x="5123" y="-330" as="targetPoint" />
          </mxGeometry>
        </mxCell>
        <mxCell id="JLJm8IXlFleqvDiXduMD-101" edge="1" parent="1" source="JLJm8IXlFleqvDiXduMD-91" style="endArrow=classic;html=1;rounded=0;exitX=0.5;exitY=1;exitDx=0;exitDy=0;entryX=0.5;entryY=0;entryDx=0;entryDy=0;strokeWidth=4;" target="JLJm8IXlFleqvDiXduMD-97" value="">
          <mxGeometry height="50" relative="1" width="50" as="geometry">
            <mxPoint x="5036" y="-347" as="sourcePoint" />
            <mxPoint x="5086" y="-397" as="targetPoint" />
          </mxGeometry>
        </mxCell>
-         <mxCell id="JLJm8IXlFleqvDiXduMD-102" edge="1" parent="1" source="JLJm8IXlFleqvDiXduMD-57" style="endArrow=classic;html=1;rounded=0;exitX=0.5;exitY=1;exitDx=0;exitDy=0;strokeWidth=4;" value="">
+         <mxCell id="JLJm8IXlFleqvDiXduMD-102" edge="1" parent="1" style="endArrow=classic;html=1;rounded=0;strokeWidth=4;" value="">
          <mxGeometry height="50" relative="1" width="50" as="geometry">
            <Array as="points">
              <mxPoint x="4528" y="-26" />
            </Array>
-             <mxPoint x="4890" y="-287" as="sourcePoint" />
+             <mxPoint x="4536" y="-142" as="sourcePoint" />
            <mxPoint x="3650" y="-26" as="targetPoint" />
          </mxGeometry>
        </mxCell>
        <mxCell id="JLJm8IXlFleqvDiXduMD-103" edge="1" parent="1" style="endArrow=classic;html=1;rounded=0;entryX=0;entryY=0.5;entryDx=0;entryDy=0;strokeWidth=4;" target="JLJm8IXlFleqvDiXduMD-2" value="">
          <mxGeometry height="50" relative="1" width="50" as="geometry">
            <Array as="points">
              <mxPoint x="3662" y="-1053" />
            </Array>
            <mxPoint x="3658" y="-36" as="sourcePoint" />
            <mxPoint x="4940" y="-337" as="targetPoint" />
          </mxGeometry>
        </mxCell>
        <mxCell id="JLJm8IXlFleqvDiXduMD-104" edge="1" parent="1" source="JLJm8IXlFleqvDiXduMD-68" style="endArrow=classic;html=1;rounded=0;exitX=0.5;exitY=1;exitDx=0;exitDy=0;strokeWidth=4;" value="">
          <mxGeometry height="50" relative="1" width="50" as="geometry">
            <Array as="points">
              <mxPoint x="4714" y="-36" />
            </Array>
            <mxPoint x="4863" y="-289" as="sourcePoint" />
            <mxPoint x="5710" y="-40" as="targetPoint" />
          </mxGeometry>
        </mxCell>
        <mxCell id="JLJm8IXlFleqvDiXduMD-105" edge="1" parent="1" style="endArrow=classic;html=1;rounded=0;entryX=1;entryY=0.5;entryDx=0;entryDy=0;strokeWidth=4;" target="JLJm8IXlFleqvDiXduMD-2" value="">
          <mxGeometry height="50" relative="1" width="50" as="geometry">
            <Array as="points">
              <mxPoint x="5696" y="-1062" />
            </Array>
            <mxPoint x="5710" y="-44" as="sourcePoint" />
            <mxPoint x="5363" y="-337" as="targetPoint" />
          </mxGeometry>
        </mxCell>
        <mxCell id="JLJm8IXlFleqvDiXduMD-107" edge="1" parent="1" style="endArrow=classic;html=1;rounded=0;strokeWidth=4;" value="">
          <mxGeometry height="50" relative="1" width="50" as="geometry">
            <mxPoint x="4939" y="-355" as="sourcePoint" />
            <mxPoint x="4932" y="-36" as="targetPoint" />
          </mxGeometry>
        </mxCell>
        <mxCell id="JLJm8IXlFleqvDiXduMD-108" edge="1" parent="1" source="JLJm8IXlFleqvDiXduMD-94" style="endArrow=classic;html=1;rounded=0;exitX=0.5;exitY=1;exitDx=0;exitDy=0;strokeWidth=4;" value="">
          <mxGeometry height="50" relative="1" width="50" as="geometry">
            <mxPoint x="4863" y="-289" as="sourcePoint" />
            <mxPoint x="5367" y="-43" as="targetPoint" />
          </mxGeometry>
        </mxCell>
        <mxCell id="JLJm8IXlFleqvDiXduMD-111" edge="1" parent="1" source="JLJm8IXlFleqvDiXduMD-97" style="endArrow=classic;html=1;rounded=0;exitX=0.5;exitY=1;exitDx=0;exitDy=0;strokeWidth=4;" value="">
          <mxGeometry height="50" relative="1" width="50" as="geometry">
            <mxPoint x="5630.75" y="-251" as="sourcePoint" />
            <mxPoint x="5622" y="-36" as="targetPoint" />
          </mxGeometry>
        </mxCell>
        <mxCell id="JLJm8IXlFleqvDiXduMD-114" edge="1" parent="1" source="JLJm8IXlFleqvDiXduMD-33" style="endArrow=classic;html=1;rounded=0;strokeWidth=4;exitX=0.5;exitY=1;exitDx=0;exitDy=0;" value="">
          <mxGeometry height="50" relative="1" width="50" as="geometry">
            <mxPoint x="3770" y="-162" as="sourcePoint" />
-             <mxPoint x="3786" y="-27" as="targetPoint" />
+             <mxPoint x="3797" y="-27" as="targetPoint" />
          </mxGeometry>
        </mxCell>
        <mxCell id="JLJm8IXlFleqvDiXduMD-119" parent="1" style="text;html=1;whiteSpace=wrap;strokeColor=none;fillColor=none;align=center;verticalAlign=middle;rounded=0;" value="&lt;b&gt;&lt;font style=&quot;font-size: 25px;&quot;&gt;...&lt;/font&gt;&lt;/b&gt;" vertex="1">
          <mxGeometry height="30" width="60" x="4352" y="-372" as="geometry" />
        </mxCell>
        <mxCell id="JLJm8IXlFleqvDiXduMD-124" edge="1" parent="1" source="JLJm8IXlFleqvDiXduMD-119" style="edgeStyle=orthogonalEdgeStyle;rounded=0;orthogonalLoop=1;jettySize=auto;html=1;exitX=0;exitY=1;exitDx=0;exitDy=0;entryX=0.25;entryY=1;entryDx=0;entryDy=0;" target="JLJm8IXlFleqvDiXduMD-119">
          <mxGeometry relative="1" as="geometry" />
        </mxCell>
        <mxCell id="JLJm8IXlFleqvDiXduMD-126" edge="1" parent="1" source="JLJm8IXlFleqvDiXduMD-36" style="endArrow=classic;html=1;rounded=0;strokeWidth=4;exitX=0.5;exitY=1;exitDx=0;exitDy=0;" value="">
          <mxGeometry height="50" relative="1" width="50" as="geometry">
            <mxPoint x="4020.5" y="-173" as="sourcePoint" />
            <mxPoint x="4009.5" y="-24" as="targetPoint" />
          </mxGeometry>
        </mxCell>
        <mxCell id="JLJm8IXlFleqvDiXduMD-127" edge="1" parent="1" style="endArrow=classic;html=1;rounded=0;strokeWidth=4;exitX=0.5;exitY=1;exitDx=0;exitDy=0;" value="">
          <mxGeometry height="50" relative="1" width="50" as="geometry">
            <mxPoint x="4277.25" y="-161" as="sourcePoint" />
            <mxPoint x="4277" y="-26" as="targetPoint" />
          </mxGeometry>
        </mxCell>
        <mxCell id="JLJm8IXlFleqvDiXduMD-129" edge="1" parent="1" source="JLJm8IXlFleqvDiXduMD-71" style="edgeStyle=orthogonalEdgeStyle;rounded=0;orthogonalLoop=1;jettySize=auto;html=1;exitX=0.75;exitY=1;exitDx=0;exitDy=0;entryX=0.853;entryY=0.989;entryDx=0;entryDy=0;entryPerimeter=0;" target="JLJm8IXlFleqvDiXduMD-71">
          <mxGeometry relative="1" as="geometry" />
        </mxCell>
      </root>
    </mxGraphModel>
  </diagram>
</mxfile>
